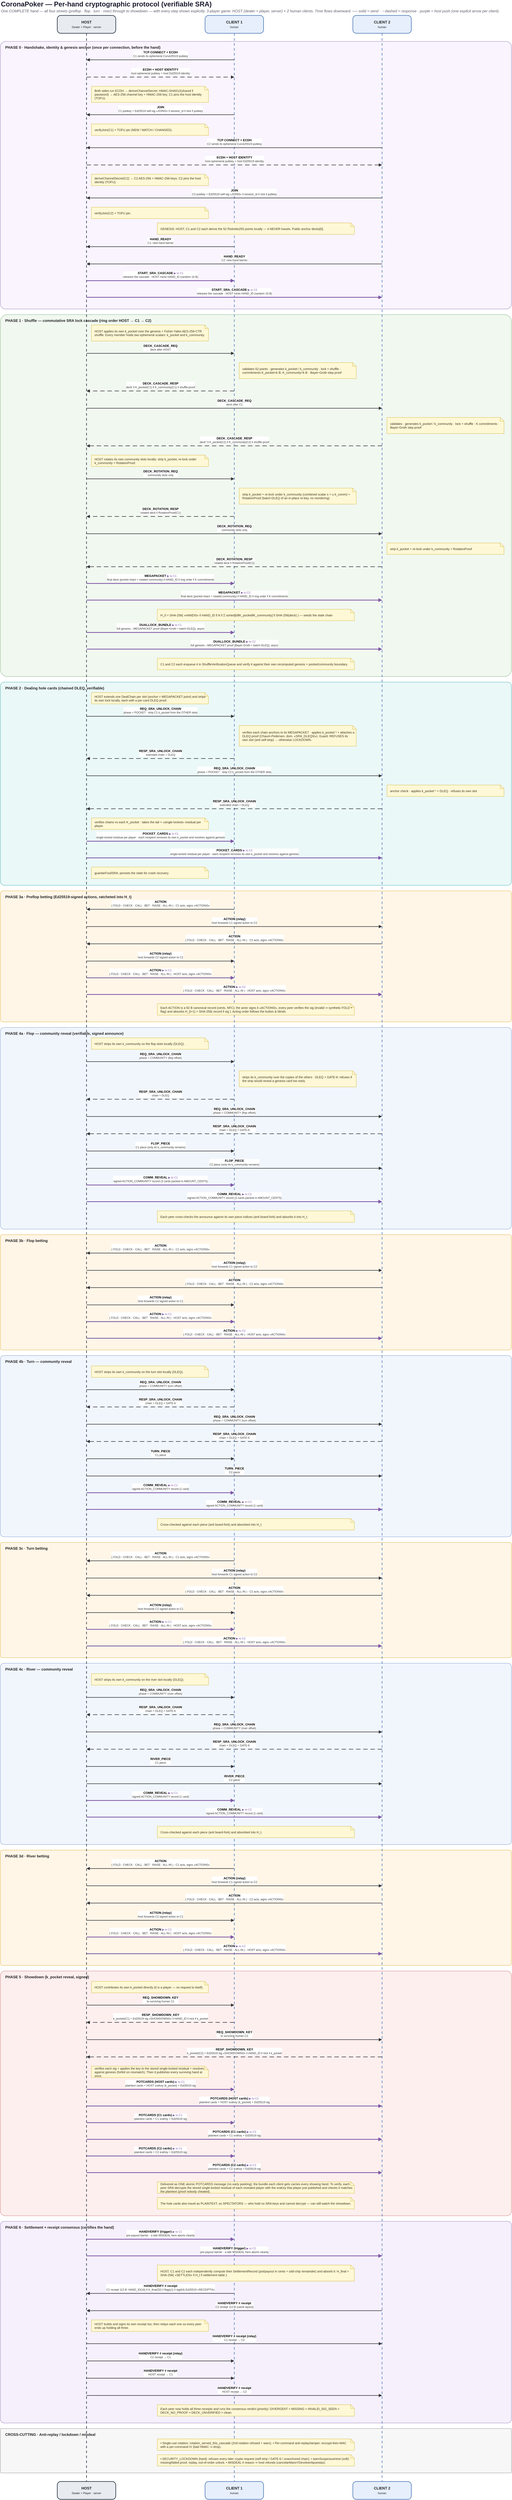
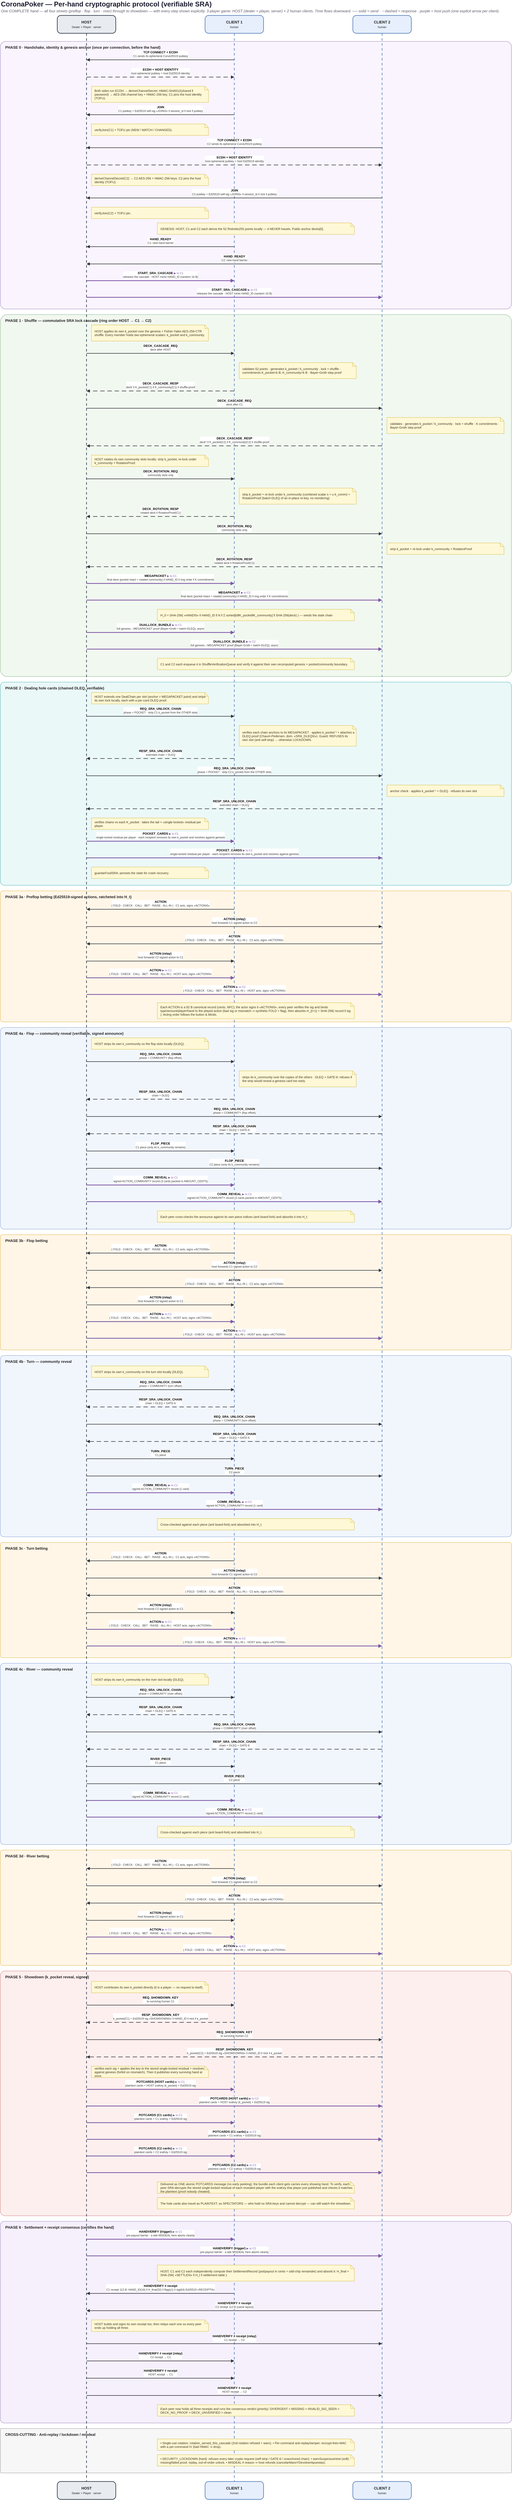
<mxfile host="app.diagrams.net" type="device">
  <diagram id="crypto-seq" name="Crypto sequence (1 hand)">
    <mxGraphModel dx="1400" dy="900" grid="0" gridSize="10" guides="1" tooltips="1" connect="1" arrows="1" fold="1" page="1" pageScale="1" pageWidth="1700" pageHeight="8142" math="0" shadow="0">
      <root>
        <mxCell id="0"/>
        <mxCell id="1" parent="0"/>
        <mxCell id="s131" value="PHASE 0 · Handshake, identity &amp;amp; genesis anchor  (once per connection, before the hand)" style="rounded=1;arcSize=2;whiteSpace=wrap;html=1;fillColor=#F4ECFC;strokeColor=#7E57A6;strokeWidth=1.5;opacity=55;fontColor=#222222;fontStyle=1;fontSize=12;align=left;verticalAlign=top;spacingLeft=14;spacingTop=6;" vertex="1" parent="1"><mxGeometry x="20" y="140" width="1660" height="868" as="geometry"/></mxCell>
        <mxCell id="s132" value="PHASE 1 · Shuffle — commutative SRA lock cascade  (ring order HOST → C1 → C2)" style="rounded=1;arcSize=2;whiteSpace=wrap;html=1;fillColor=#E5F3E3;strokeColor=#5E9E5E;strokeWidth=1.5;opacity=55;fontColor=#222222;fontStyle=1;fontSize=12;align=left;verticalAlign=top;spacingLeft=14;spacingTop=6;" vertex="1" parent="1"><mxGeometry x="20" y="1026" width="1660" height="1174" as="geometry"/></mxCell>
        <mxCell id="s133" value="PHASE 2 · Dealing hole cards  (chained DLEQ, verifiable)" style="rounded=1;arcSize=2;whiteSpace=wrap;html=1;fillColor=#DAF2F3;strokeColor=#0E9C9C;strokeWidth=1.5;opacity=55;fontColor=#222222;fontStyle=1;fontSize=12;align=left;verticalAlign=top;spacingLeft=14;spacingTop=6;" vertex="1" parent="1"><mxGeometry x="20" y="2218" width="1660" height="659" as="geometry"/></mxCell>
        <mxCell id="s134" value="PHASE 3a · Preflop betting  (Ed25519-signed actions, ratcheted into H_t)" style="rounded=1;arcSize=2;whiteSpace=wrap;html=1;fillColor=#FFEFD6;strokeColor=#D79B00;strokeWidth=1.5;opacity=55;fontColor=#222222;fontStyle=1;fontSize=12;align=left;verticalAlign=top;spacingLeft=14;spacingTop=6;" vertex="1" parent="1"><mxGeometry x="20" y="2895" width="1660" height="425" as="geometry"/></mxCell>
        <mxCell id="s135" value="PHASE 4a · Flop — community reveal  (verifiable, signed announce)" style="rounded=1;arcSize=2;whiteSpace=wrap;html=1;fillColor=#E6EFFB;strokeColor=#5B82BE;strokeWidth=1.5;opacity=55;fontColor=#222222;fontStyle=1;fontSize=12;align=left;verticalAlign=top;spacingLeft=14;spacingTop=6;" vertex="1" parent="1"><mxGeometry x="20" y="3338" width="1660" height="654" as="geometry"/></mxCell>
        <mxCell id="s136" value="PHASE 3b · Flop betting" style="rounded=1;arcSize=2;whiteSpace=wrap;html=1;fillColor=#FFEFD6;strokeColor=#D79B00;strokeWidth=1.5;opacity=55;fontColor=#222222;fontStyle=1;fontSize=12;align=left;verticalAlign=top;spacingLeft=14;spacingTop=6;" vertex="1" parent="1"><mxGeometry x="20" y="4010" width="1660" height="374" as="geometry"/></mxCell>
        <mxCell id="s137" value="PHASE 4b · Turn — community reveal" style="rounded=1;arcSize=2;whiteSpace=wrap;html=1;fillColor=#E6EFFB;strokeColor=#5B82BE;strokeWidth=1.5;opacity=55;fontColor=#222222;fontStyle=1;fontSize=12;align=left;verticalAlign=top;spacingLeft=14;spacingTop=6;" vertex="1" parent="1"><mxGeometry x="20" y="4402" width="1660" height="588" as="geometry"/></mxCell>
        <mxCell id="s138" value="PHASE 3c · Turn betting" style="rounded=1;arcSize=2;whiteSpace=wrap;html=1;fillColor=#FFEFD6;strokeColor=#D79B00;strokeWidth=1.5;opacity=55;fontColor=#222222;fontStyle=1;fontSize=12;align=left;verticalAlign=top;spacingLeft=14;spacingTop=6;" vertex="1" parent="1"><mxGeometry x="20" y="5008" width="1660" height="374" as="geometry"/></mxCell>
        <mxCell id="s139" value="PHASE 4c · River — community reveal" style="rounded=1;arcSize=2;whiteSpace=wrap;html=1;fillColor=#E6EFFB;strokeColor=#5B82BE;strokeWidth=1.5;opacity=55;fontColor=#222222;fontStyle=1;fontSize=12;align=left;verticalAlign=top;spacingLeft=14;spacingTop=6;" vertex="1" parent="1"><mxGeometry x="20" y="5400" width="1660" height="588" as="geometry"/></mxCell>
        <mxCell id="s140" value="PHASE 3d · River betting" style="rounded=1;arcSize=2;whiteSpace=wrap;html=1;fillColor=#FFEFD6;strokeColor=#D79B00;strokeWidth=1.5;opacity=55;fontColor=#222222;fontStyle=1;fontSize=12;align=left;verticalAlign=top;spacingLeft=14;spacingTop=6;" vertex="1" parent="1"><mxGeometry x="20" y="6006" width="1660" height="374" as="geometry"/></mxCell>
        <mxCell id="s141" value="PHASE 5 · Showdown  (k_pocket reveal, signed)" style="rounded=1;arcSize=2;whiteSpace=wrap;html=1;fillColor=#FBE2E1;strokeColor=#C0504D;strokeWidth=1.5;opacity=55;fontColor=#222222;fontStyle=1;fontSize=12;align=left;verticalAlign=top;spacingLeft=14;spacingTop=6;" vertex="1" parent="1"><mxGeometry x="20" y="6398" width="1660" height="794" as="geometry"/></mxCell>
        <mxCell id="s142" value="PHASE 6 · Settlement + receipt consensus  (certifies the hand)" style="rounded=1;arcSize=2;whiteSpace=wrap;html=1;fillColor=#EDE3FA;strokeColor=#7E57A6;strokeWidth=1.5;opacity=55;fontColor=#222222;fontStyle=1;fontSize=12;align=left;verticalAlign=top;spacingLeft=14;spacingTop=6;" vertex="1" parent="1"><mxGeometry x="20" y="7210" width="1660" height="654" as="geometry"/></mxCell>
        <mxCell id="s143" value="CROSS-CUTTING · Anti-replay / lockdown / misdeal" style="rounded=1;arcSize=2;whiteSpace=wrap;html=1;fillColor=#F0F0F0;strokeColor=#777777;strokeWidth=1.5;opacity=55;fontColor=#222222;fontStyle=1;fontSize=12;align=left;verticalAlign=top;spacingLeft=14;spacingTop=6;" vertex="1" parent="1"><mxGeometry x="20" y="7882" width="1660" height="144" as="geometry"/></mxCell>
        <mxCell id="s144" style="endArrow=none;html=1;strokeColor=#2E3A48;strokeWidth=2;dashed=1;dashPattern=4 4;" edge="1" parent="1"><mxGeometry relative="1" as="geometry"><mxPoint x="300" y="114" as="sourcePoint"/><mxPoint x="300" y="8054" as="targetPoint"/></mxGeometry></mxCell>
        <mxCell id="s145" style="endArrow=none;html=1;strokeColor=#5B82BE;strokeWidth=2;dashed=1;dashPattern=4 4;" edge="1" parent="1"><mxGeometry relative="1" as="geometry"><mxPoint x="780" y="114" as="sourcePoint"/><mxPoint x="780" y="8054" as="targetPoint"/></mxGeometry></mxCell>
        <mxCell id="s146" style="endArrow=none;html=1;strokeColor=#5B82BE;strokeWidth=2;dashed=1;dashPattern=4 4;" edge="1" parent="1"><mxGeometry relative="1" as="geometry"><mxPoint x="1260" y="114" as="sourcePoint"/><mxPoint x="1260" y="8054" as="targetPoint"/></mxGeometry></mxCell>
        <mxCell id="s147" value="&lt;b&gt;HOST&lt;/b&gt;&lt;br&gt;&lt;span style=&quot;font-size:9px&quot;&gt;Dealer + Player · server&lt;/span&gt;" style="rounded=1;arcSize=20;whiteSpace=wrap;html=1;fillColor=#E8ECF1;strokeColor=#2E3A48;strokeWidth=2;fontColor=#1f1f1f;fontSize=12;" vertex="1" parent="1"><mxGeometry x="205" y="56" width="190" height="58" as="geometry"/></mxCell>
        <mxCell id="s148" value="&lt;b&gt;HOST&lt;/b&gt;&lt;br&gt;&lt;span style=&quot;font-size:9px&quot;&gt;Dealer + Player · server&lt;/span&gt;" style="rounded=1;arcSize=20;whiteSpace=wrap;html=1;fillColor=#E8ECF1;strokeColor=#2E3A48;strokeWidth=2;fontColor=#1f1f1f;fontSize=12;" vertex="1" parent="1"><mxGeometry x="205" y="8054" width="190" height="58" as="geometry"/></mxCell>
        <mxCell id="s149" value="&lt;b&gt;CLIENT 1&lt;/b&gt;&lt;br&gt;&lt;span style=&quot;font-size:9px&quot;&gt;human&lt;/span&gt;" style="rounded=1;arcSize=20;whiteSpace=wrap;html=1;fillColor=#E6EFFB;strokeColor=#5B82BE;strokeWidth=2;fontColor=#1f1f1f;fontSize=12;" vertex="1" parent="1"><mxGeometry x="685" y="56" width="190" height="58" as="geometry"/></mxCell>
        <mxCell id="s150" value="&lt;b&gt;CLIENT 1&lt;/b&gt;&lt;br&gt;&lt;span style=&quot;font-size:9px&quot;&gt;human&lt;/span&gt;" style="rounded=1;arcSize=20;whiteSpace=wrap;html=1;fillColor=#E6EFFB;strokeColor=#5B82BE;strokeWidth=2;fontColor=#1f1f1f;fontSize=12;" vertex="1" parent="1"><mxGeometry x="685" y="8054" width="190" height="58" as="geometry"/></mxCell>
        <mxCell id="s151" value="&lt;b&gt;CLIENT 2&lt;/b&gt;&lt;br&gt;&lt;span style=&quot;font-size:9px&quot;&gt;human&lt;/span&gt;" style="rounded=1;arcSize=20;whiteSpace=wrap;html=1;fillColor=#E6EFFB;strokeColor=#5B82BE;strokeWidth=2;fontColor=#1f1f1f;fontSize=12;" vertex="1" parent="1"><mxGeometry x="1165" y="56" width="190" height="58" as="geometry"/></mxCell>
        <mxCell id="s152" value="&lt;b&gt;CLIENT 2&lt;/b&gt;&lt;br&gt;&lt;span style=&quot;font-size:9px&quot;&gt;human&lt;/span&gt;" style="rounded=1;arcSize=20;whiteSpace=wrap;html=1;fillColor=#E6EFFB;strokeColor=#5B82BE;strokeWidth=2;fontColor=#1f1f1f;fontSize=12;" vertex="1" parent="1"><mxGeometry x="1165" y="8054" width="190" height="58" as="geometry"/></mxCell>
        <mxCell id="t1" value="CoronaPoker — Per-hand cryptographic protocol (verifiable SRA)" style="text;html=1;fontSize=22;fontStyle=1;fontColor=#1a1a2e;align=left;verticalAlign=middle;" vertex="1" parent="1"><mxGeometry x="20" y="6" width="1400" height="28" as="geometry"/></mxCell>
        <mxCell id="t2" value="One COMPLETE hand — all four streets (preflop · flop · turn · river) through to showdown — with every step shown explicitly. 3-player game: HOST (dealer + player, server) + 2 human clients. Time flows downward. ── solid = send · ┄ dashed = response · purple = host push (one explicit arrow per client)." style="text;html=1;fontSize=12;fontStyle=2;fontColor=#5a5a6a;align=left;verticalAlign=middle;" vertex="1" parent="1"><mxGeometry x="20" y="32" width="1640" height="20" as="geometry"/></mxCell>
        <mxCell id="s2" value="&lt;b&gt;TCP CONNECT + ECDH&lt;/b&gt;&lt;br&gt;&lt;span style=&quot;font-size:9px;color:#333&quot;&gt;C1 sends its ephemeral Curve25519 pubkey&lt;/span&gt;" style="endArrow=block;endFill=1;html=1;rounded=0;strokeColor=#34343a;strokeWidth=1.8;fontSize=10;verticalAlign=bottom;labelBackgroundColor=#FFFFFF;spacingBottom=4;" edge="1" parent="1"><mxGeometry relative="1" as="geometry"><mxPoint x="780" y="200" as="sourcePoint"/><mxPoint x="300" y="200" as="targetPoint"/></mxGeometry></mxCell>
        <mxCell id="s3" value="&lt;b&gt;ECDH + HOST IDENTITY&lt;/b&gt;&lt;br&gt;&lt;span style=&quot;font-size:9px;color:#333&quot;&gt;host ephemeral pubkey + host Ed25519 identity&lt;/span&gt;" style="endArrow=block;endFill=1;html=1;rounded=0;dashed=1;dashPattern=8 5;strokeColor=#34343a;strokeWidth=1.8;fontSize=10;verticalAlign=bottom;labelBackgroundColor=#FFFFFF;spacingBottom=4;" edge="1" parent="1"><mxGeometry relative="1" as="geometry"><mxPoint x="300" y="256" as="sourcePoint"/><mxPoint x="780" y="256" as="targetPoint"/></mxGeometry></mxCell>
        <mxCell id="s4" value="Both sides run ECDH → deriveChannelSecret: HMAC-SHA512(shared ‖ password)
→ AES-256 channel key + HMAC-256 key. C1 pins the host identity (TOFU)." style="shape=note;whiteSpace=wrap;html=1;fillColor=#FFF8D6;strokeColor=#D9C45A;strokeWidth=1.2;fontColor=#3a3320;fontSize=10;align=left;verticalAlign=middle;spacingLeft=8;spacingRight=6;size=12;" vertex="1" parent="1"><mxGeometry x="316" y="286" width="380" height="52" as="geometry"/></mxCell>
        <mxCell id="s5" value="&lt;b&gt;JOIN&lt;/b&gt;&lt;br&gt;&lt;span style=&quot;font-size:9px;color:#333&quot;&gt;C1 pubkey + Ed25519 self-sig «JOIN\0» ‖ session_id ‖ nick ‖ pubkey&lt;/span&gt;" style="endArrow=block;endFill=1;html=1;rounded=0;strokeColor=#34343a;strokeWidth=1.8;fontSize=10;verticalAlign=bottom;labelBackgroundColor=#FFFFFF;spacingBottom=4;" edge="1" parent="1"><mxGeometry relative="1" as="geometry"><mxPoint x="780" y="378" as="sourcePoint"/><mxPoint x="300" y="378" as="targetPoint"/></mxGeometry></mxCell>
        <mxCell id="s6" value="verifyJoin(C1) + TOFU pin (NEW / MATCH / CHANGED)." style="shape=note;whiteSpace=wrap;html=1;fillColor=#FFF8D6;strokeColor=#D9C45A;strokeWidth=1.2;fontColor=#3a3320;fontSize=10;align=left;verticalAlign=middle;spacingLeft=8;spacingRight=6;size=12;" vertex="1" parent="1"><mxGeometry x="316" y="408" width="380" height="37" as="geometry"/></mxCell>
        <mxCell id="s7" value="&lt;b&gt;TCP CONNECT + ECDH&lt;/b&gt;&lt;br&gt;&lt;span style=&quot;font-size:9px;color:#333&quot;&gt;C2 sends its ephemeral Curve25519 pubkey&lt;/span&gt;" style="endArrow=block;endFill=1;html=1;rounded=0;strokeColor=#34343a;strokeWidth=1.8;fontSize=10;verticalAlign=bottom;labelBackgroundColor=#FFFFFF;spacingBottom=4;" edge="1" parent="1"><mxGeometry relative="1" as="geometry"><mxPoint x="1260" y="485" as="sourcePoint"/><mxPoint x="300" y="485" as="targetPoint"/></mxGeometry></mxCell>
        <mxCell id="s8" value="&lt;b&gt;ECDH + HOST IDENTITY&lt;/b&gt;&lt;br&gt;&lt;span style=&quot;font-size:9px;color:#333&quot;&gt;host ephemeral pubkey + host Ed25519 identity&lt;/span&gt;" style="endArrow=block;endFill=1;html=1;rounded=0;dashed=1;dashPattern=8 5;strokeColor=#34343a;strokeWidth=1.8;fontSize=10;verticalAlign=bottom;labelBackgroundColor=#FFFFFF;spacingBottom=4;" edge="1" parent="1"><mxGeometry relative="1" as="geometry"><mxPoint x="300" y="541" as="sourcePoint"/><mxPoint x="1260" y="541" as="targetPoint"/></mxGeometry></mxCell>
        <mxCell id="s9" value="deriveChannelSecret(C2) → C2 AES-256 + HMAC-256 keys. C2 pins the host identity (TOFU)." style="shape=note;whiteSpace=wrap;html=1;fillColor=#FFF8D6;strokeColor=#D9C45A;strokeWidth=1.2;fontColor=#3a3320;fontSize=10;align=left;verticalAlign=middle;spacingLeft=8;spacingRight=6;size=12;" vertex="1" parent="1"><mxGeometry x="316" y="571" width="380" height="37" as="geometry"/></mxCell>
        <mxCell id="s10" value="&lt;b&gt;JOIN&lt;/b&gt;&lt;br&gt;&lt;span style=&quot;font-size:9px;color:#333&quot;&gt;C2 pubkey + Ed25519 self-sig «JOIN\0» ‖ session_id ‖ nick ‖ pubkey&lt;/span&gt;" style="endArrow=block;endFill=1;html=1;rounded=0;strokeColor=#34343a;strokeWidth=1.8;fontSize=10;verticalAlign=bottom;labelBackgroundColor=#FFFFFF;spacingBottom=4;" edge="1" parent="1"><mxGeometry relative="1" as="geometry"><mxPoint x="1260" y="648" as="sourcePoint"/><mxPoint x="300" y="648" as="targetPoint"/></mxGeometry></mxCell>
        <mxCell id="s11" value="verifyJoin(C2) + TOFU pin." style="shape=note;whiteSpace=wrap;html=1;fillColor=#FFF8D6;strokeColor=#D9C45A;strokeWidth=1.2;fontColor=#3a3320;fontSize=10;align=left;verticalAlign=middle;spacingLeft=8;spacingRight=6;size=12;" vertex="1" parent="1"><mxGeometry x="316" y="678" width="380" height="37" as="geometry"/></mxCell>
        <mxCell id="s12" value="GENESIS: HOST, C1 and C2 each derive the 52 Ristretto255 points locally — it NEVER travels. Public anchor decks[0]." style="shape=note;whiteSpace=wrap;html=1;fillColor=#FFF8D6;strokeColor=#D9C45A;strokeWidth=1.2;fontColor=#3a3320;fontSize=10;align=left;verticalAlign=middle;spacingLeft=8;spacingRight=6;size=12;" vertex="1" parent="1"><mxGeometry x="530" y="729" width="640" height="37" as="geometry"/></mxCell>
        <mxCell id="s13" value="&lt;b&gt;HAND_READY&lt;/b&gt;&lt;br&gt;&lt;span style=&quot;font-size:9px;color:#333&quot;&gt;C1: new-hand barrier&lt;/span&gt;" style="endArrow=block;endFill=1;html=1;rounded=0;strokeColor=#34343a;strokeWidth=1.8;fontSize=10;verticalAlign=bottom;labelBackgroundColor=#FFFFFF;spacingBottom=4;" edge="1" parent="1"><mxGeometry relative="1" as="geometry"><mxPoint x="780" y="806" as="sourcePoint"/><mxPoint x="300" y="806" as="targetPoint"/></mxGeometry></mxCell>
        <mxCell id="s14" value="&lt;b&gt;HAND_READY&lt;/b&gt;&lt;br&gt;&lt;span style=&quot;font-size:9px;color:#333&quot;&gt;C2: new-hand barrier&lt;/span&gt;" style="endArrow=block;endFill=1;html=1;rounded=0;strokeColor=#34343a;strokeWidth=1.8;fontSize=10;verticalAlign=bottom;labelBackgroundColor=#FFFFFF;spacingBottom=4;" edge="1" parent="1"><mxGeometry relative="1" as="geometry"><mxPoint x="1260" y="862" as="sourcePoint"/><mxPoint x="300" y="862" as="targetPoint"/></mxGeometry></mxCell>
        <mxCell id="s15" value="&lt;b&gt;START_SRA_CASCADE&lt;/b&gt;  &lt;span style=&quot;font-size:9px;color:#7E57A6&quot;&gt;▶ to C1&lt;/span&gt;&lt;br&gt;&lt;span style=&quot;font-size:9px;color:#333&quot;&gt;releases the cascade · HOST mints HAND_ID (random 16 B)&lt;/span&gt;" style="endArrow=block;endFill=1;html=1;rounded=0;strokeColor=#7E57A6;strokeWidth=2.4;fontSize=10;verticalAlign=bottom;labelBackgroundColor=#FFFFFF;spacingBottom=4;" edge="1" parent="1"><mxGeometry relative="1" as="geometry"><mxPoint x="300" y="916" as="sourcePoint"/><mxPoint x="780" y="916" as="targetPoint"/></mxGeometry></mxCell>
        <mxCell id="s16" value="&lt;b&gt;START_SRA_CASCADE&lt;/b&gt;  &lt;span style=&quot;font-size:9px;color:#7E57A6&quot;&gt;▶ to C2&lt;/span&gt;&lt;br&gt;&lt;span style=&quot;font-size:9px;color:#333&quot;&gt;releases the cascade · HOST mints HAND_ID (random 16 B)&lt;/span&gt;" style="endArrow=block;endFill=1;html=1;rounded=0;strokeColor=#7E57A6;strokeWidth=2.4;fontSize=10;verticalAlign=bottom;labelBackgroundColor=#FFFFFF;spacingBottom=4;" edge="1" parent="1"><mxGeometry relative="1" as="geometry"><mxPoint x="300" y="970" as="sourcePoint"/><mxPoint x="1260" y="970" as="targetPoint"/></mxGeometry></mxCell>
        <mxCell id="s17" value="HOST applies its own k_pocket over the genesis + Fisher-Yates AES-256-CTR shuffle.
Every member holds two ephemeral scalars: k_pocket and k_community." style="shape=note;whiteSpace=wrap;html=1;fillColor=#FFF8D6;strokeColor=#D9C45A;strokeWidth=1.2;fontColor=#3a3320;fontSize=10;align=left;verticalAlign=middle;spacingLeft=8;spacingRight=6;size=12;" vertex="1" parent="1"><mxGeometry x="316" y="1060" width="380" height="52" as="geometry"/></mxCell>
        <mxCell id="s18" value="&lt;b&gt;DECK_CASCADE_REQ&lt;/b&gt;&lt;br&gt;&lt;span style=&quot;font-size:9px;color:#333&quot;&gt;deck after HOST&lt;/span&gt;" style="endArrow=block;endFill=1;html=1;rounded=0;strokeColor=#34343a;strokeWidth=1.8;fontSize=10;verticalAlign=bottom;labelBackgroundColor=#FFFFFF;spacingBottom=4;" edge="1" parent="1"><mxGeometry relative="1" as="geometry"><mxPoint x="300" y="1152" as="sourcePoint"/><mxPoint x="780" y="1152" as="targetPoint"/></mxGeometry></mxCell>
        <mxCell id="s19" value="validates 52 points · generates k_pocket / k_community · lock + shuffle
· commitments K_pocket=k·B, K_community=k·B · Bayer-Groth step proof" style="shape=note;whiteSpace=wrap;html=1;fillColor=#FFF8D6;strokeColor=#D9C45A;strokeWidth=1.2;fontColor=#3a3320;fontSize=10;align=left;verticalAlign=middle;spacingLeft=8;spacingRight=6;size=12;" vertex="1" parent="1"><mxGeometry x="796" y="1182" width="380" height="52" as="geometry"/></mxCell>
        <mxCell id="s20" value="&lt;b&gt;DECK_CASCADE_RESP&lt;/b&gt;&lt;br&gt;&lt;span style=&quot;font-size:9px;color:#333&quot;&gt;deck′ ‖ K_pocket(C1) ‖ K_community(C1) ‖ shuffle-proof&lt;/span&gt;" style="endArrow=block;endFill=1;html=1;rounded=0;dashed=1;dashPattern=8 5;strokeColor=#34343a;strokeWidth=1.8;fontSize=10;verticalAlign=bottom;labelBackgroundColor=#FFFFFF;spacingBottom=4;" edge="1" parent="1"><mxGeometry relative="1" as="geometry"><mxPoint x="780" y="1274" as="sourcePoint"/><mxPoint x="300" y="1274" as="targetPoint"/></mxGeometry></mxCell>
        <mxCell id="s21" value="&lt;b&gt;DECK_CASCADE_REQ&lt;/b&gt;&lt;br&gt;&lt;span style=&quot;font-size:9px;color:#333&quot;&gt;deck after C1&lt;/span&gt;" style="endArrow=block;endFill=1;html=1;rounded=0;strokeColor=#34343a;strokeWidth=1.8;fontSize=10;verticalAlign=bottom;labelBackgroundColor=#FFFFFF;spacingBottom=4;" edge="1" parent="1"><mxGeometry relative="1" as="geometry"><mxPoint x="300" y="1330" as="sourcePoint"/><mxPoint x="1260" y="1330" as="targetPoint"/></mxGeometry></mxCell>
        <mxCell id="s22" value="validates · generates k_pocket / k_community · lock + shuffle
· K commitments · Bayer-Groth step proof" style="shape=note;whiteSpace=wrap;html=1;fillColor=#FFF8D6;strokeColor=#D9C45A;strokeWidth=1.2;fontColor=#3a3320;fontSize=10;align=left;verticalAlign=middle;spacingLeft=8;spacingRight=6;size=12;" vertex="1" parent="1"><mxGeometry x="1276" y="1360" width="380" height="52" as="geometry"/></mxCell>
        <mxCell id="s23" value="&lt;b&gt;DECK_CASCADE_RESP&lt;/b&gt;&lt;br&gt;&lt;span style=&quot;font-size:9px;color:#333&quot;&gt;deck″ ‖ K_pocket(C2) ‖ K_community(C2) ‖ shuffle-proof&lt;/span&gt;" style="endArrow=block;endFill=1;html=1;rounded=0;dashed=1;dashPattern=8 5;strokeColor=#34343a;strokeWidth=1.8;fontSize=10;verticalAlign=bottom;labelBackgroundColor=#FFFFFF;spacingBottom=4;" edge="1" parent="1"><mxGeometry relative="1" as="geometry"><mxPoint x="1260" y="1452" as="sourcePoint"/><mxPoint x="300" y="1452" as="targetPoint"/></mxGeometry></mxCell>
        <mxCell id="s24" value="HOST rotates its own community slots locally: strip k_pocket, re-lock under k_community + RotationProof." style="shape=note;whiteSpace=wrap;html=1;fillColor=#FFF8D6;strokeColor=#D9C45A;strokeWidth=1.2;fontColor=#3a3320;fontSize=10;align=left;verticalAlign=middle;spacingLeft=8;spacingRight=6;size=12;" vertex="1" parent="1"><mxGeometry x="316" y="1482" width="380" height="37" as="geometry"/></mxCell>
        <mxCell id="s25" value="&lt;b&gt;DECK_ROTATION_REQ&lt;/b&gt;&lt;br&gt;&lt;span style=&quot;font-size:9px;color:#333&quot;&gt;community slots only&lt;/span&gt;" style="endArrow=block;endFill=1;html=1;rounded=0;strokeColor=#34343a;strokeWidth=1.8;fontSize=10;verticalAlign=bottom;labelBackgroundColor=#FFFFFF;spacingBottom=4;" edge="1" parent="1"><mxGeometry relative="1" as="geometry"><mxPoint x="300" y="1559" as="sourcePoint"/><mxPoint x="780" y="1559" as="targetPoint"/></mxGeometry></mxCell>
        <mxCell id="s26" value="strip k_pocket + re-lock under k_community (combined scalar s = u·k_comm)
+ RotationProof (batch-DLEQ of an in-place re-key, no reordering)" style="shape=note;whiteSpace=wrap;html=1;fillColor=#FFF8D6;strokeColor=#D9C45A;strokeWidth=1.2;fontColor=#3a3320;fontSize=10;align=left;verticalAlign=middle;spacingLeft=8;spacingRight=6;size=12;" vertex="1" parent="1"><mxGeometry x="796" y="1589" width="380" height="52" as="geometry"/></mxCell>
        <mxCell id="s27" value="&lt;b&gt;DECK_ROTATION_RESP&lt;/b&gt;&lt;br&gt;&lt;span style=&quot;font-size:9px;color:#333&quot;&gt;rotated deck ‖ RotationProof(C1)&lt;/span&gt;" style="endArrow=block;endFill=1;html=1;rounded=0;dashed=1;dashPattern=8 5;strokeColor=#34343a;strokeWidth=1.8;fontSize=10;verticalAlign=bottom;labelBackgroundColor=#FFFFFF;spacingBottom=4;" edge="1" parent="1"><mxGeometry relative="1" as="geometry"><mxPoint x="780" y="1681" as="sourcePoint"/><mxPoint x="300" y="1681" as="targetPoint"/></mxGeometry></mxCell>
        <mxCell id="s28" value="&lt;b&gt;DECK_ROTATION_REQ&lt;/b&gt;&lt;br&gt;&lt;span style=&quot;font-size:9px;color:#333&quot;&gt;community slots only&lt;/span&gt;" style="endArrow=block;endFill=1;html=1;rounded=0;strokeColor=#34343a;strokeWidth=1.8;fontSize=10;verticalAlign=bottom;labelBackgroundColor=#FFFFFF;spacingBottom=4;" edge="1" parent="1"><mxGeometry relative="1" as="geometry"><mxPoint x="300" y="1737" as="sourcePoint"/><mxPoint x="1260" y="1737" as="targetPoint"/></mxGeometry></mxCell>
        <mxCell id="s29" value="strip k_pocket + re-lock under k_community + RotationProof" style="shape=note;whiteSpace=wrap;html=1;fillColor=#FFF8D6;strokeColor=#D9C45A;strokeWidth=1.2;fontColor=#3a3320;fontSize=10;align=left;verticalAlign=middle;spacingLeft=8;spacingRight=6;size=12;" vertex="1" parent="1"><mxGeometry x="1276" y="1767" width="380" height="37" as="geometry"/></mxCell>
        <mxCell id="s30" value="&lt;b&gt;DECK_ROTATION_RESP&lt;/b&gt;&lt;br&gt;&lt;span style=&quot;font-size:9px;color:#333&quot;&gt;rotated deck ‖ RotationProof(C2)&lt;/span&gt;" style="endArrow=block;endFill=1;html=1;rounded=0;dashed=1;dashPattern=8 5;strokeColor=#34343a;strokeWidth=1.8;fontSize=10;verticalAlign=bottom;labelBackgroundColor=#FFFFFF;spacingBottom=4;" edge="1" parent="1"><mxGeometry relative="1" as="geometry"><mxPoint x="1260" y="1844" as="sourcePoint"/><mxPoint x="300" y="1844" as="targetPoint"/></mxGeometry></mxCell>
        <mxCell id="s31" value="&lt;b&gt;MEGAPACKET&lt;/b&gt;  &lt;span style=&quot;font-size:9px;color:#7E57A6&quot;&gt;▶ to C1&lt;/span&gt;&lt;br&gt;&lt;span style=&quot;font-size:9px;color:#333&quot;&gt;final deck (pocket intact + rotated community) ‖ HAND_ID ‖ ring order ‖ K commitments&lt;/span&gt;" style="endArrow=block;endFill=1;html=1;rounded=0;strokeColor=#7E57A6;strokeWidth=2.4;fontSize=10;verticalAlign=bottom;labelBackgroundColor=#FFFFFF;spacingBottom=4;" edge="1" parent="1"><mxGeometry relative="1" as="geometry"><mxPoint x="300" y="1898" as="sourcePoint"/><mxPoint x="780" y="1898" as="targetPoint"/></mxGeometry></mxCell>
        <mxCell id="s32" value="&lt;b&gt;MEGAPACKET&lt;/b&gt;  &lt;span style=&quot;font-size:9px;color:#7E57A6&quot;&gt;▶ to C2&lt;/span&gt;&lt;br&gt;&lt;span style=&quot;font-size:9px;color:#333&quot;&gt;final deck (pocket intact + rotated community) ‖ HAND_ID ‖ ring order ‖ K commitments&lt;/span&gt;" style="endArrow=block;endFill=1;html=1;rounded=0;strokeColor=#7E57A6;strokeWidth=2.4;fontSize=10;verticalAlign=bottom;labelBackgroundColor=#FFFFFF;spacingBottom=4;" edge="1" parent="1"><mxGeometry relative="1" as="geometry"><mxPoint x="300" y="1952" as="sourcePoint"/><mxPoint x="1260" y="1952" as="targetPoint"/></mxGeometry></mxCell>
        <mxCell id="s33" value="H_0 = SHA-256( «HAND\0» ‖ HAND_ID ‖ N ‖ Σ sorted[id‖K_pocket‖K_community] ‖ SHA-256(deck) )  — seeds the state chain" style="shape=note;whiteSpace=wrap;html=1;fillColor=#FFF8D6;strokeColor=#D9C45A;strokeWidth=1.2;fontColor=#3a3320;fontSize=10;align=left;verticalAlign=middle;spacingLeft=8;spacingRight=6;size=12;" vertex="1" parent="1"><mxGeometry x="530" y="1982" width="640" height="37" as="geometry"/></mxCell>
        <mxCell id="s34" value="&lt;b&gt;DUALLOCK_BUNDLE&lt;/b&gt;  &lt;span style=&quot;font-size:9px;color:#7E57A6&quot;&gt;▶ to C1&lt;/span&gt;&lt;br&gt;&lt;span style=&quot;font-size:9px;color:#333&quot;&gt;full genesis→MEGAPACKET proof (Bayer-Groth + batch-DLEQ), async&lt;/span&gt;" style="endArrow=block;endFill=1;html=1;rounded=0;strokeColor=#7E57A6;strokeWidth=2.4;fontSize=10;verticalAlign=bottom;labelBackgroundColor=#FFFFFF;spacingBottom=4;" edge="1" parent="1"><mxGeometry relative="1" as="geometry"><mxPoint x="300" y="2057" as="sourcePoint"/><mxPoint x="780" y="2057" as="targetPoint"/></mxGeometry></mxCell>
        <mxCell id="s35" value="&lt;b&gt;DUALLOCK_BUNDLE&lt;/b&gt;  &lt;span style=&quot;font-size:9px;color:#7E57A6&quot;&gt;▶ to C2&lt;/span&gt;&lt;br&gt;&lt;span style=&quot;font-size:9px;color:#333&quot;&gt;full genesis→MEGAPACKET proof (Bayer-Groth + batch-DLEQ), async&lt;/span&gt;" style="endArrow=block;endFill=1;html=1;rounded=0;strokeColor=#7E57A6;strokeWidth=2.4;fontSize=10;verticalAlign=bottom;labelBackgroundColor=#FFFFFF;spacingBottom=4;" edge="1" parent="1"><mxGeometry relative="1" as="geometry"><mxPoint x="300" y="2111" as="sourcePoint"/><mxPoint x="1260" y="2111" as="targetPoint"/></mxGeometry></mxCell>
        <mxCell id="s36" value="C1 and C2 each enqueue it in ShuffleVerificationQueue and verify it against their own recomputed genesis + pocket/community boundary." style="shape=note;whiteSpace=wrap;html=1;fillColor=#FFF8D6;strokeColor=#D9C45A;strokeWidth=1.2;fontColor=#3a3320;fontSize=10;align=left;verticalAlign=middle;spacingLeft=8;spacingRight=6;size=12;" vertex="1" parent="1"><mxGeometry x="530" y="2141" width="640" height="37" as="geometry"/></mxCell>
        <mxCell id="s37" value="HOST extends one DealChain per slot (anchor = MEGAPACKET point) and strips its own lock locally, each with a per-card DLEQ proof." style="shape=note;whiteSpace=wrap;html=1;fillColor=#FFF8D6;strokeColor=#D9C45A;strokeWidth=1.2;fontColor=#3a3320;fontSize=10;align=left;verticalAlign=middle;spacingLeft=8;spacingRight=6;size=12;" vertex="1" parent="1"><mxGeometry x="316" y="2252" width="380" height="37" as="geometry"/></mxCell>
        <mxCell id="s38" value="&lt;b&gt;REQ_SRA_UNLOCK_CHAIN&lt;/b&gt;&lt;br&gt;&lt;span style=&quot;font-size:9px;color:#333&quot;&gt;phase = POCKET · strip C1 k_pocket from the OTHER slots&lt;/span&gt;" style="endArrow=block;endFill=1;html=1;rounded=0;strokeColor=#34343a;strokeWidth=1.8;fontSize=10;verticalAlign=bottom;labelBackgroundColor=#FFFFFF;spacingBottom=4;" edge="1" parent="1"><mxGeometry relative="1" as="geometry"><mxPoint x="300" y="2329" as="sourcePoint"/><mxPoint x="780" y="2329" as="targetPoint"/></mxGeometry></mxCell>
        <mxCell id="s39" value="verifies each chain anchors to its MEGAPACKET · applies k_pocket⁻¹
+ attaches a DLEQ proof (Chaum-Pedersen, dom. «SRA_DLEQ\0»).
Guard: REFUSES its own slot (anti self-strip) → otherwise LOCKDOWN." style="shape=note;whiteSpace=wrap;html=1;fillColor=#FFF8D6;strokeColor=#D9C45A;strokeWidth=1.2;fontColor=#3a3320;fontSize=10;align=left;verticalAlign=middle;spacingLeft=8;spacingRight=6;size=12;" vertex="1" parent="1"><mxGeometry x="796" y="2359" width="380" height="67" as="geometry"/></mxCell>
        <mxCell id="s40" value="&lt;b&gt;RESP_SRA_UNLOCK_CHAIN&lt;/b&gt;&lt;br&gt;&lt;span style=&quot;font-size:9px;color:#333&quot;&gt;extended chain + DLEQ&lt;/span&gt;" style="endArrow=block;endFill=1;html=1;rounded=0;dashed=1;dashPattern=8 5;strokeColor=#34343a;strokeWidth=1.8;fontSize=10;verticalAlign=bottom;labelBackgroundColor=#FFFFFF;spacingBottom=4;" edge="1" parent="1"><mxGeometry relative="1" as="geometry"><mxPoint x="780" y="2466" as="sourcePoint"/><mxPoint x="300" y="2466" as="targetPoint"/></mxGeometry></mxCell>
        <mxCell id="s41" value="&lt;b&gt;REQ_SRA_UNLOCK_CHAIN&lt;/b&gt;&lt;br&gt;&lt;span style=&quot;font-size:9px;color:#333&quot;&gt;phase = POCKET · strip C2 k_pocket from the OTHER slots&lt;/span&gt;" style="endArrow=block;endFill=1;html=1;rounded=0;strokeColor=#34343a;strokeWidth=1.8;fontSize=10;verticalAlign=bottom;labelBackgroundColor=#FFFFFF;spacingBottom=4;" edge="1" parent="1"><mxGeometry relative="1" as="geometry"><mxPoint x="300" y="2522" as="sourcePoint"/><mxPoint x="1260" y="2522" as="targetPoint"/></mxGeometry></mxCell>
        <mxCell id="s42" value="anchor check · applies k_pocket⁻¹ + DLEQ · refuses its own slot" style="shape=note;whiteSpace=wrap;html=1;fillColor=#FFF8D6;strokeColor=#D9C45A;strokeWidth=1.2;fontColor=#3a3320;fontSize=10;align=left;verticalAlign=middle;spacingLeft=8;spacingRight=6;size=12;" vertex="1" parent="1"><mxGeometry x="1276" y="2552" width="380" height="37" as="geometry"/></mxCell>
        <mxCell id="s43" value="&lt;b&gt;RESP_SRA_UNLOCK_CHAIN&lt;/b&gt;&lt;br&gt;&lt;span style=&quot;font-size:9px;color:#333&quot;&gt;extended chain + DLEQ&lt;/span&gt;" style="endArrow=block;endFill=1;html=1;rounded=0;dashed=1;dashPattern=8 5;strokeColor=#34343a;strokeWidth=1.8;fontSize=10;verticalAlign=bottom;labelBackgroundColor=#FFFFFF;spacingBottom=4;" edge="1" parent="1"><mxGeometry relative="1" as="geometry"><mxPoint x="1260" y="2629" as="sourcePoint"/><mxPoint x="300" y="2629" as="targetPoint"/></mxGeometry></mxCell>
        <mxCell id="s44" value="verifies chains vs each K_pocket · takes the tail = «single-locked» residual per player." style="shape=note;whiteSpace=wrap;html=1;fillColor=#FFF8D6;strokeColor=#D9C45A;strokeWidth=1.2;fontColor=#3a3320;fontSize=10;align=left;verticalAlign=middle;spacingLeft=8;spacingRight=6;size=12;" vertex="1" parent="1"><mxGeometry x="316" y="2659" width="380" height="37" as="geometry"/></mxCell>
        <mxCell id="s45" value="&lt;b&gt;POCKET_CARDS&lt;/b&gt;  &lt;span style=&quot;font-size:9px;color:#7E57A6&quot;&gt;▶ to C1&lt;/span&gt;&lt;br&gt;&lt;span style=&quot;font-size:9px;color:#333&quot;&gt;single-locked residual per player · each recipient removes its own k_pocket and resolves against genesis&lt;/span&gt;" style="endArrow=block;endFill=1;html=1;rounded=0;strokeColor=#7E57A6;strokeWidth=2.4;fontSize=10;verticalAlign=bottom;labelBackgroundColor=#FFFFFF;spacingBottom=4;" edge="1" parent="1"><mxGeometry relative="1" as="geometry"><mxPoint x="300" y="2734" as="sourcePoint"/><mxPoint x="780" y="2734" as="targetPoint"/></mxGeometry></mxCell>
        <mxCell id="s46" value="&lt;b&gt;POCKET_CARDS&lt;/b&gt;  &lt;span style=&quot;font-size:9px;color:#7E57A6&quot;&gt;▶ to C2&lt;/span&gt;&lt;br&gt;&lt;span style=&quot;font-size:9px;color:#333&quot;&gt;single-locked residual per player · each recipient removes its own k_pocket and resolves against genesis&lt;/span&gt;" style="endArrow=block;endFill=1;html=1;rounded=0;strokeColor=#7E57A6;strokeWidth=2.4;fontSize=10;verticalAlign=bottom;labelBackgroundColor=#FFFFFF;spacingBottom=4;" edge="1" parent="1"><mxGeometry relative="1" as="geometry"><mxPoint x="300" y="2788" as="sourcePoint"/><mxPoint x="1260" y="2788" as="targetPoint"/></mxGeometry></mxCell>
        <mxCell id="s47" value="guardarFosilSRA: persists the state for crash recovery." style="shape=note;whiteSpace=wrap;html=1;fillColor=#FFF8D6;strokeColor=#D9C45A;strokeWidth=1.2;fontColor=#3a3320;fontSize=10;align=left;verticalAlign=middle;spacingLeft=8;spacingRight=6;size=12;" vertex="1" parent="1"><mxGeometry x="316" y="2818" width="380" height="37" as="geometry"/></mxCell>
        <mxCell id="s48" value="&lt;b&gt;ACTION&lt;/b&gt;&lt;br&gt;&lt;span style=&quot;font-size:9px;color:#333&quot;&gt;( FOLD · CHECK · CALL · BET · RAISE · ALL-IN ) · C1 acts, signs «ACTION\0»&lt;/span&gt;" style="endArrow=block;endFill=1;html=1;rounded=0;strokeColor=#34343a;strokeWidth=1.8;fontSize=10;verticalAlign=bottom;labelBackgroundColor=#FFFFFF;spacingBottom=4;" edge="1" parent="1"><mxGeometry relative="1" as="geometry"><mxPoint x="780" y="2955" as="sourcePoint"/><mxPoint x="300" y="2955" as="targetPoint"/></mxGeometry></mxCell>
        <mxCell id="s49" value="&lt;b&gt;ACTION (relay)&lt;/b&gt;&lt;br&gt;&lt;span style=&quot;font-size:9px;color:#333&quot;&gt;host forwards C1 signed action to C2&lt;/span&gt;" style="endArrow=block;endFill=1;html=1;rounded=0;strokeColor=#34343a;strokeWidth=1.8;fontSize=10;verticalAlign=bottom;labelBackgroundColor=#FFFFFF;spacingBottom=4;" edge="1" parent="1"><mxGeometry relative="1" as="geometry"><mxPoint x="300" y="3011" as="sourcePoint"/><mxPoint x="1260" y="3011" as="targetPoint"/></mxGeometry></mxCell>
        <mxCell id="s50" value="&lt;b&gt;ACTION&lt;/b&gt;&lt;br&gt;&lt;span style=&quot;font-size:9px;color:#333&quot;&gt;( FOLD · CHECK · CALL · BET · RAISE · ALL-IN ) · C2 acts, signs «ACTION\0»&lt;/span&gt;" style="endArrow=block;endFill=1;html=1;rounded=0;strokeColor=#34343a;strokeWidth=1.8;fontSize=10;verticalAlign=bottom;labelBackgroundColor=#FFFFFF;spacingBottom=4;" edge="1" parent="1"><mxGeometry relative="1" as="geometry"><mxPoint x="1260" y="3067" as="sourcePoint"/><mxPoint x="300" y="3067" as="targetPoint"/></mxGeometry></mxCell>
        <mxCell id="s51" value="&lt;b&gt;ACTION (relay)&lt;/b&gt;&lt;br&gt;&lt;span style=&quot;font-size:9px;color:#333&quot;&gt;host forwards C2 signed action to C1&lt;/span&gt;" style="endArrow=block;endFill=1;html=1;rounded=0;strokeColor=#34343a;strokeWidth=1.8;fontSize=10;verticalAlign=bottom;labelBackgroundColor=#FFFFFF;spacingBottom=4;" edge="1" parent="1"><mxGeometry relative="1" as="geometry"><mxPoint x="300" y="3123" as="sourcePoint"/><mxPoint x="780" y="3123" as="targetPoint"/></mxGeometry></mxCell>
        <mxCell id="s52" value="&lt;b&gt;ACTION&lt;/b&gt;  &lt;span style=&quot;font-size:9px;color:#7E57A6&quot;&gt;▶ to C1&lt;/span&gt;&lt;br&gt;&lt;span style=&quot;font-size:9px;color:#333&quot;&gt;( FOLD · CHECK · CALL · BET · RAISE · ALL-IN ) · HOST acts, signs «ACTION\0»&lt;/span&gt;" style="endArrow=block;endFill=1;html=1;rounded=0;strokeColor=#7E57A6;strokeWidth=2.4;fontSize=10;verticalAlign=bottom;labelBackgroundColor=#FFFFFF;spacingBottom=4;" edge="1" parent="1"><mxGeometry relative="1" as="geometry"><mxPoint x="300" y="3177" as="sourcePoint"/><mxPoint x="780" y="3177" as="targetPoint"/></mxGeometry></mxCell>
        <mxCell id="s53" value="&lt;b&gt;ACTION&lt;/b&gt;  &lt;span style=&quot;font-size:9px;color:#7E57A6&quot;&gt;▶ to C2&lt;/span&gt;&lt;br&gt;&lt;span style=&quot;font-size:9px;color:#333&quot;&gt;( FOLD · CHECK · CALL · BET · RAISE · ALL-IN ) · HOST acts, signs «ACTION\0»&lt;/span&gt;" style="endArrow=block;endFill=1;html=1;rounded=0;strokeColor=#7E57A6;strokeWidth=2.4;fontSize=10;verticalAlign=bottom;labelBackgroundColor=#FFFFFF;spacingBottom=4;" edge="1" parent="1"><mxGeometry relative="1" as="geometry"><mxPoint x="300" y="3231" as="sourcePoint"/><mxPoint x="1260" y="3231" as="targetPoint"/></mxGeometry></mxCell>
-         <mxCell id="s54" value="Each ACTION is a 92 B canonical record (cents, NFC); the actor signs it «ACTION\0», every peer verifies the sig (invalid ⇒ synthetic FOLD + flag) and absorbs H_{t+1} = SHA-256( record ‖ sig ). Acting order follows the button &amp;amp; blinds." style="shape=note;whiteSpace=wrap;html=1;fillColor=#FFF8D6;strokeColor=#D9C45A;strokeWidth=1.2;fontColor=#3a3320;fontSize=10;align=left;verticalAlign=middle;spacingLeft=8;spacingRight=6;size=12;" vertex="1" parent="1"><mxGeometry x="530" y="3261" width="640" height="37" as="geometry"/></mxCell>
+         <mxCell id="s54" value="Each ACTION is a 92 B canonical record (cents, NFC); the actor signs it «ACTION\0», every peer verifies the sig and binds type/amount/player/hand to the played action (bad sig or mismatch ⇒ synthetic FOLD + flag), then absorbs H_{t+1} = SHA-256( record ‖ sig ). Acting order follows the button &amp;amp; blinds." style="shape=note;whiteSpace=wrap;html=1;fillColor=#FFF8D6;strokeColor=#D9C45A;strokeWidth=1.2;fontColor=#3a3320;fontSize=10;align=left;verticalAlign=middle;spacingLeft=8;spacingRight=6;size=12;" vertex="1" parent="1"><mxGeometry x="530" y="3258" width="640" height="52" as="geometry"/></mxCell>
        <mxCell id="s55" value="HOST strips its own k_community on the flop slots locally (DLEQ)." style="shape=note;whiteSpace=wrap;html=1;fillColor=#FFF8D6;strokeColor=#D9C45A;strokeWidth=1.2;fontColor=#3a3320;fontSize=10;align=left;verticalAlign=middle;spacingLeft=8;spacingRight=6;size=12;" vertex="1" parent="1"><mxGeometry x="316" y="3372" width="380" height="37" as="geometry"/></mxCell>
        <mxCell id="s56" value="&lt;b&gt;REQ_SRA_UNLOCK_CHAIN&lt;/b&gt;&lt;br&gt;&lt;span style=&quot;font-size:9px;color:#333&quot;&gt;phase = COMMUNITY (flop offset)&lt;/span&gt;" style="endArrow=block;endFill=1;html=1;rounded=0;strokeColor=#34343a;strokeWidth=1.8;fontSize=10;verticalAlign=bottom;labelBackgroundColor=#FFFFFF;spacingBottom=4;" edge="1" parent="1"><mxGeometry relative="1" as="geometry"><mxPoint x="300" y="3449" as="sourcePoint"/><mxPoint x="780" y="3449" as="targetPoint"/></mxGeometry></mxCell>
        <mxCell id="s57" value="strips its k_community over the copies of the others · DLEQ
+ GATE-6: refuses if the strip would reveal a genesis card too early." style="shape=note;whiteSpace=wrap;html=1;fillColor=#FFF8D6;strokeColor=#D9C45A;strokeWidth=1.2;fontColor=#3a3320;fontSize=10;align=left;verticalAlign=middle;spacingLeft=8;spacingRight=6;size=12;" vertex="1" parent="1"><mxGeometry x="796" y="3479" width="380" height="52" as="geometry"/></mxCell>
        <mxCell id="s58" value="&lt;b&gt;RESP_SRA_UNLOCK_CHAIN&lt;/b&gt;&lt;br&gt;&lt;span style=&quot;font-size:9px;color:#333&quot;&gt;chain + DLEQ&lt;/span&gt;" style="endArrow=block;endFill=1;html=1;rounded=0;dashed=1;dashPattern=8 5;strokeColor=#34343a;strokeWidth=1.8;fontSize=10;verticalAlign=bottom;labelBackgroundColor=#FFFFFF;spacingBottom=4;" edge="1" parent="1"><mxGeometry relative="1" as="geometry"><mxPoint x="780" y="3571" as="sourcePoint"/><mxPoint x="300" y="3571" as="targetPoint"/></mxGeometry></mxCell>
        <mxCell id="s59" value="&lt;b&gt;REQ_SRA_UNLOCK_CHAIN&lt;/b&gt;&lt;br&gt;&lt;span style=&quot;font-size:9px;color:#333&quot;&gt;phase = COMMUNITY (flop offset)&lt;/span&gt;" style="endArrow=block;endFill=1;html=1;rounded=0;strokeColor=#34343a;strokeWidth=1.8;fontSize=10;verticalAlign=bottom;labelBackgroundColor=#FFFFFF;spacingBottom=4;" edge="1" parent="1"><mxGeometry relative="1" as="geometry"><mxPoint x="300" y="3627" as="sourcePoint"/><mxPoint x="1260" y="3627" as="targetPoint"/></mxGeometry></mxCell>
        <mxCell id="s60" value="&lt;b&gt;RESP_SRA_UNLOCK_CHAIN&lt;/b&gt;&lt;br&gt;&lt;span style=&quot;font-size:9px;color:#333&quot;&gt;chain + DLEQ + GATE-6&lt;/span&gt;" style="endArrow=block;endFill=1;html=1;rounded=0;dashed=1;dashPattern=8 5;strokeColor=#34343a;strokeWidth=1.8;fontSize=10;verticalAlign=bottom;labelBackgroundColor=#FFFFFF;spacingBottom=4;" edge="1" parent="1"><mxGeometry relative="1" as="geometry"><mxPoint x="1260" y="3683" as="sourcePoint"/><mxPoint x="300" y="3683" as="targetPoint"/></mxGeometry></mxCell>
        <mxCell id="s61" value="&lt;b&gt;FLOP_PIECE&lt;/b&gt;&lt;br&gt;&lt;span style=&quot;font-size:9px;color:#333&quot;&gt;C1 piece (only its k_community remains)&lt;/span&gt;" style="endArrow=block;endFill=1;html=1;rounded=0;strokeColor=#34343a;strokeWidth=1.8;fontSize=10;verticalAlign=bottom;labelBackgroundColor=#FFFFFF;spacingBottom=4;" edge="1" parent="1"><mxGeometry relative="1" as="geometry"><mxPoint x="300" y="3739" as="sourcePoint"/><mxPoint x="780" y="3739" as="targetPoint"/></mxGeometry></mxCell>
        <mxCell id="s62" value="&lt;b&gt;FLOP_PIECE&lt;/b&gt;&lt;br&gt;&lt;span style=&quot;font-size:9px;color:#333&quot;&gt;C2 piece (only its k_community remains)&lt;/span&gt;" style="endArrow=block;endFill=1;html=1;rounded=0;strokeColor=#34343a;strokeWidth=1.8;fontSize=10;verticalAlign=bottom;labelBackgroundColor=#FFFFFF;spacingBottom=4;" edge="1" parent="1"><mxGeometry relative="1" as="geometry"><mxPoint x="300" y="3795" as="sourcePoint"/><mxPoint x="1260" y="3795" as="targetPoint"/></mxGeometry></mxCell>
        <mxCell id="s63" value="&lt;b&gt;COMM_REVEAL&lt;/b&gt;  &lt;span style=&quot;font-size:9px;color:#7E57A6&quot;&gt;▶ to C1&lt;/span&gt;&lt;br&gt;&lt;span style=&quot;font-size:9px;color:#333&quot;&gt;signed ACTION_COMMUNITY record (3 cards packed in AMOUNT_CENTS)&lt;/span&gt;" style="endArrow=block;endFill=1;html=1;rounded=0;strokeColor=#7E57A6;strokeWidth=2.4;fontSize=10;verticalAlign=bottom;labelBackgroundColor=#FFFFFF;spacingBottom=4;" edge="1" parent="1"><mxGeometry relative="1" as="geometry"><mxPoint x="300" y="3849" as="sourcePoint"/><mxPoint x="780" y="3849" as="targetPoint"/></mxGeometry></mxCell>
        <mxCell id="s64" value="&lt;b&gt;COMM_REVEAL&lt;/b&gt;  &lt;span style=&quot;font-size:9px;color:#7E57A6&quot;&gt;▶ to C2&lt;/span&gt;&lt;br&gt;&lt;span style=&quot;font-size:9px;color:#333&quot;&gt;signed ACTION_COMMUNITY record (3 cards packed in AMOUNT_CENTS)&lt;/span&gt;" style="endArrow=block;endFill=1;html=1;rounded=0;strokeColor=#7E57A6;strokeWidth=2.4;fontSize=10;verticalAlign=bottom;labelBackgroundColor=#FFFFFF;spacingBottom=4;" edge="1" parent="1"><mxGeometry relative="1" as="geometry"><mxPoint x="300" y="3903" as="sourcePoint"/><mxPoint x="1260" y="3903" as="targetPoint"/></mxGeometry></mxCell>
        <mxCell id="s65" value="Each peer cross-checks the announce against its own piece indices (anti board-fork) and absorbs it into H_t." style="shape=note;whiteSpace=wrap;html=1;fillColor=#FFF8D6;strokeColor=#D9C45A;strokeWidth=1.2;fontColor=#3a3320;fontSize=10;align=left;verticalAlign=middle;spacingLeft=8;spacingRight=6;size=12;" vertex="1" parent="1"><mxGeometry x="530" y="3933" width="640" height="37" as="geometry"/></mxCell>
        <mxCell id="s66" value="&lt;b&gt;ACTION&lt;/b&gt;&lt;br&gt;&lt;span style=&quot;font-size:9px;color:#333&quot;&gt;( FOLD · CHECK · CALL · BET · RAISE · ALL-IN ) · C1 acts, signs «ACTION\0»&lt;/span&gt;" style="endArrow=block;endFill=1;html=1;rounded=0;strokeColor=#34343a;strokeWidth=1.8;fontSize=10;verticalAlign=bottom;labelBackgroundColor=#FFFFFF;spacingBottom=4;" edge="1" parent="1"><mxGeometry relative="1" as="geometry"><mxPoint x="780" y="4070" as="sourcePoint"/><mxPoint x="300" y="4070" as="targetPoint"/></mxGeometry></mxCell>
        <mxCell id="s67" value="&lt;b&gt;ACTION (relay)&lt;/b&gt;&lt;br&gt;&lt;span style=&quot;font-size:9px;color:#333&quot;&gt;host forwards C1 signed action to C2&lt;/span&gt;" style="endArrow=block;endFill=1;html=1;rounded=0;strokeColor=#34343a;strokeWidth=1.8;fontSize=10;verticalAlign=bottom;labelBackgroundColor=#FFFFFF;spacingBottom=4;" edge="1" parent="1"><mxGeometry relative="1" as="geometry"><mxPoint x="300" y="4126" as="sourcePoint"/><mxPoint x="1260" y="4126" as="targetPoint"/></mxGeometry></mxCell>
        <mxCell id="s68" value="&lt;b&gt;ACTION&lt;/b&gt;&lt;br&gt;&lt;span style=&quot;font-size:9px;color:#333&quot;&gt;( FOLD · CHECK · CALL · BET · RAISE · ALL-IN ) · C2 acts, signs «ACTION\0»&lt;/span&gt;" style="endArrow=block;endFill=1;html=1;rounded=0;strokeColor=#34343a;strokeWidth=1.8;fontSize=10;verticalAlign=bottom;labelBackgroundColor=#FFFFFF;spacingBottom=4;" edge="1" parent="1"><mxGeometry relative="1" as="geometry"><mxPoint x="1260" y="4182" as="sourcePoint"/><mxPoint x="300" y="4182" as="targetPoint"/></mxGeometry></mxCell>
        <mxCell id="s69" value="&lt;b&gt;ACTION (relay)&lt;/b&gt;&lt;br&gt;&lt;span style=&quot;font-size:9px;color:#333&quot;&gt;host forwards C2 signed action to C1&lt;/span&gt;" style="endArrow=block;endFill=1;html=1;rounded=0;strokeColor=#34343a;strokeWidth=1.8;fontSize=10;verticalAlign=bottom;labelBackgroundColor=#FFFFFF;spacingBottom=4;" edge="1" parent="1"><mxGeometry relative="1" as="geometry"><mxPoint x="300" y="4238" as="sourcePoint"/><mxPoint x="780" y="4238" as="targetPoint"/></mxGeometry></mxCell>
        <mxCell id="s70" value="&lt;b&gt;ACTION&lt;/b&gt;  &lt;span style=&quot;font-size:9px;color:#7E57A6&quot;&gt;▶ to C1&lt;/span&gt;&lt;br&gt;&lt;span style=&quot;font-size:9px;color:#333&quot;&gt;( FOLD · CHECK · CALL · BET · RAISE · ALL-IN ) · HOST acts, signs «ACTION\0»&lt;/span&gt;" style="endArrow=block;endFill=1;html=1;rounded=0;strokeColor=#7E57A6;strokeWidth=2.4;fontSize=10;verticalAlign=bottom;labelBackgroundColor=#FFFFFF;spacingBottom=4;" edge="1" parent="1"><mxGeometry relative="1" as="geometry"><mxPoint x="300" y="4292" as="sourcePoint"/><mxPoint x="780" y="4292" as="targetPoint"/></mxGeometry></mxCell>
        <mxCell id="s71" value="&lt;b&gt;ACTION&lt;/b&gt;  &lt;span style=&quot;font-size:9px;color:#7E57A6&quot;&gt;▶ to C2&lt;/span&gt;&lt;br&gt;&lt;span style=&quot;font-size:9px;color:#333&quot;&gt;( FOLD · CHECK · CALL · BET · RAISE · ALL-IN ) · HOST acts, signs «ACTION\0»&lt;/span&gt;" style="endArrow=block;endFill=1;html=1;rounded=0;strokeColor=#7E57A6;strokeWidth=2.4;fontSize=10;verticalAlign=bottom;labelBackgroundColor=#FFFFFF;spacingBottom=4;" edge="1" parent="1"><mxGeometry relative="1" as="geometry"><mxPoint x="300" y="4346" as="sourcePoint"/><mxPoint x="1260" y="4346" as="targetPoint"/></mxGeometry></mxCell>
        <mxCell id="s72" value="HOST strips its own k_community on the turn slot locally (DLEQ)." style="shape=note;whiteSpace=wrap;html=1;fillColor=#FFF8D6;strokeColor=#D9C45A;strokeWidth=1.2;fontColor=#3a3320;fontSize=10;align=left;verticalAlign=middle;spacingLeft=8;spacingRight=6;size=12;" vertex="1" parent="1"><mxGeometry x="316" y="4436" width="380" height="37" as="geometry"/></mxCell>
        <mxCell id="s73" value="&lt;b&gt;REQ_SRA_UNLOCK_CHAIN&lt;/b&gt;&lt;br&gt;&lt;span style=&quot;font-size:9px;color:#333&quot;&gt;phase = COMMUNITY (turn offset)&lt;/span&gt;" style="endArrow=block;endFill=1;html=1;rounded=0;strokeColor=#34343a;strokeWidth=1.8;fontSize=10;verticalAlign=bottom;labelBackgroundColor=#FFFFFF;spacingBottom=4;" edge="1" parent="1"><mxGeometry relative="1" as="geometry"><mxPoint x="300" y="4513" as="sourcePoint"/><mxPoint x="780" y="4513" as="targetPoint"/></mxGeometry></mxCell>
        <mxCell id="s74" value="&lt;b&gt;RESP_SRA_UNLOCK_CHAIN&lt;/b&gt;&lt;br&gt;&lt;span style=&quot;font-size:9px;color:#333&quot;&gt;chain + DLEQ + GATE-6&lt;/span&gt;" style="endArrow=block;endFill=1;html=1;rounded=0;dashed=1;dashPattern=8 5;strokeColor=#34343a;strokeWidth=1.8;fontSize=10;verticalAlign=bottom;labelBackgroundColor=#FFFFFF;spacingBottom=4;" edge="1" parent="1"><mxGeometry relative="1" as="geometry"><mxPoint x="780" y="4569" as="sourcePoint"/><mxPoint x="300" y="4569" as="targetPoint"/></mxGeometry></mxCell>
        <mxCell id="s75" value="&lt;b&gt;REQ_SRA_UNLOCK_CHAIN&lt;/b&gt;&lt;br&gt;&lt;span style=&quot;font-size:9px;color:#333&quot;&gt;phase = COMMUNITY (turn offset)&lt;/span&gt;" style="endArrow=block;endFill=1;html=1;rounded=0;strokeColor=#34343a;strokeWidth=1.8;fontSize=10;verticalAlign=bottom;labelBackgroundColor=#FFFFFF;spacingBottom=4;" edge="1" parent="1"><mxGeometry relative="1" as="geometry"><mxPoint x="300" y="4625" as="sourcePoint"/><mxPoint x="1260" y="4625" as="targetPoint"/></mxGeometry></mxCell>
        <mxCell id="s76" value="&lt;b&gt;RESP_SRA_UNLOCK_CHAIN&lt;/b&gt;&lt;br&gt;&lt;span style=&quot;font-size:9px;color:#333&quot;&gt;chain + DLEQ + GATE-6&lt;/span&gt;" style="endArrow=block;endFill=1;html=1;rounded=0;dashed=1;dashPattern=8 5;strokeColor=#34343a;strokeWidth=1.8;fontSize=10;verticalAlign=bottom;labelBackgroundColor=#FFFFFF;spacingBottom=4;" edge="1" parent="1"><mxGeometry relative="1" as="geometry"><mxPoint x="1260" y="4681" as="sourcePoint"/><mxPoint x="300" y="4681" as="targetPoint"/></mxGeometry></mxCell>
        <mxCell id="s77" value="&lt;b&gt;TURN_PIECE&lt;/b&gt;&lt;br&gt;&lt;span style=&quot;font-size:9px;color:#333&quot;&gt;C1 piece&lt;/span&gt;" style="endArrow=block;endFill=1;html=1;rounded=0;strokeColor=#34343a;strokeWidth=1.8;fontSize=10;verticalAlign=bottom;labelBackgroundColor=#FFFFFF;spacingBottom=4;" edge="1" parent="1"><mxGeometry relative="1" as="geometry"><mxPoint x="300" y="4737" as="sourcePoint"/><mxPoint x="780" y="4737" as="targetPoint"/></mxGeometry></mxCell>
        <mxCell id="s78" value="&lt;b&gt;TURN_PIECE&lt;/b&gt;&lt;br&gt;&lt;span style=&quot;font-size:9px;color:#333&quot;&gt;C2 piece&lt;/span&gt;" style="endArrow=block;endFill=1;html=1;rounded=0;strokeColor=#34343a;strokeWidth=1.8;fontSize=10;verticalAlign=bottom;labelBackgroundColor=#FFFFFF;spacingBottom=4;" edge="1" parent="1"><mxGeometry relative="1" as="geometry"><mxPoint x="300" y="4793" as="sourcePoint"/><mxPoint x="1260" y="4793" as="targetPoint"/></mxGeometry></mxCell>
        <mxCell id="s79" value="&lt;b&gt;COMM_REVEAL&lt;/b&gt;  &lt;span style=&quot;font-size:9px;color:#7E57A6&quot;&gt;▶ to C1&lt;/span&gt;&lt;br&gt;&lt;span style=&quot;font-size:9px;color:#333&quot;&gt;signed ACTION_COMMUNITY record (1 card)&lt;/span&gt;" style="endArrow=block;endFill=1;html=1;rounded=0;strokeColor=#7E57A6;strokeWidth=2.4;fontSize=10;verticalAlign=bottom;labelBackgroundColor=#FFFFFF;spacingBottom=4;" edge="1" parent="1"><mxGeometry relative="1" as="geometry"><mxPoint x="300" y="4847" as="sourcePoint"/><mxPoint x="780" y="4847" as="targetPoint"/></mxGeometry></mxCell>
        <mxCell id="s80" value="&lt;b&gt;COMM_REVEAL&lt;/b&gt;  &lt;span style=&quot;font-size:9px;color:#7E57A6&quot;&gt;▶ to C2&lt;/span&gt;&lt;br&gt;&lt;span style=&quot;font-size:9px;color:#333&quot;&gt;signed ACTION_COMMUNITY record (1 card)&lt;/span&gt;" style="endArrow=block;endFill=1;html=1;rounded=0;strokeColor=#7E57A6;strokeWidth=2.4;fontSize=10;verticalAlign=bottom;labelBackgroundColor=#FFFFFF;spacingBottom=4;" edge="1" parent="1"><mxGeometry relative="1" as="geometry"><mxPoint x="300" y="4901" as="sourcePoint"/><mxPoint x="1260" y="4901" as="targetPoint"/></mxGeometry></mxCell>
        <mxCell id="s81" value="Cross-checked against each piece (anti board-fork) and absorbed into H_t." style="shape=note;whiteSpace=wrap;html=1;fillColor=#FFF8D6;strokeColor=#D9C45A;strokeWidth=1.2;fontColor=#3a3320;fontSize=10;align=left;verticalAlign=middle;spacingLeft=8;spacingRight=6;size=12;" vertex="1" parent="1"><mxGeometry x="530" y="4931" width="640" height="37" as="geometry"/></mxCell>
        <mxCell id="s82" value="&lt;b&gt;ACTION&lt;/b&gt;&lt;br&gt;&lt;span style=&quot;font-size:9px;color:#333&quot;&gt;( FOLD · CHECK · CALL · BET · RAISE · ALL-IN ) · C1 acts, signs «ACTION\0»&lt;/span&gt;" style="endArrow=block;endFill=1;html=1;rounded=0;strokeColor=#34343a;strokeWidth=1.8;fontSize=10;verticalAlign=bottom;labelBackgroundColor=#FFFFFF;spacingBottom=4;" edge="1" parent="1"><mxGeometry relative="1" as="geometry"><mxPoint x="780" y="5068" as="sourcePoint"/><mxPoint x="300" y="5068" as="targetPoint"/></mxGeometry></mxCell>
        <mxCell id="s83" value="&lt;b&gt;ACTION (relay)&lt;/b&gt;&lt;br&gt;&lt;span style=&quot;font-size:9px;color:#333&quot;&gt;host forwards C1 signed action to C2&lt;/span&gt;" style="endArrow=block;endFill=1;html=1;rounded=0;strokeColor=#34343a;strokeWidth=1.8;fontSize=10;verticalAlign=bottom;labelBackgroundColor=#FFFFFF;spacingBottom=4;" edge="1" parent="1"><mxGeometry relative="1" as="geometry"><mxPoint x="300" y="5124" as="sourcePoint"/><mxPoint x="1260" y="5124" as="targetPoint"/></mxGeometry></mxCell>
        <mxCell id="s84" value="&lt;b&gt;ACTION&lt;/b&gt;&lt;br&gt;&lt;span style=&quot;font-size:9px;color:#333&quot;&gt;( FOLD · CHECK · CALL · BET · RAISE · ALL-IN ) · C2 acts, signs «ACTION\0»&lt;/span&gt;" style="endArrow=block;endFill=1;html=1;rounded=0;strokeColor=#34343a;strokeWidth=1.8;fontSize=10;verticalAlign=bottom;labelBackgroundColor=#FFFFFF;spacingBottom=4;" edge="1" parent="1"><mxGeometry relative="1" as="geometry"><mxPoint x="1260" y="5180" as="sourcePoint"/><mxPoint x="300" y="5180" as="targetPoint"/></mxGeometry></mxCell>
        <mxCell id="s85" value="&lt;b&gt;ACTION (relay)&lt;/b&gt;&lt;br&gt;&lt;span style=&quot;font-size:9px;color:#333&quot;&gt;host forwards C2 signed action to C1&lt;/span&gt;" style="endArrow=block;endFill=1;html=1;rounded=0;strokeColor=#34343a;strokeWidth=1.8;fontSize=10;verticalAlign=bottom;labelBackgroundColor=#FFFFFF;spacingBottom=4;" edge="1" parent="1"><mxGeometry relative="1" as="geometry"><mxPoint x="300" y="5236" as="sourcePoint"/><mxPoint x="780" y="5236" as="targetPoint"/></mxGeometry></mxCell>
        <mxCell id="s86" value="&lt;b&gt;ACTION&lt;/b&gt;  &lt;span style=&quot;font-size:9px;color:#7E57A6&quot;&gt;▶ to C1&lt;/span&gt;&lt;br&gt;&lt;span style=&quot;font-size:9px;color:#333&quot;&gt;( FOLD · CHECK · CALL · BET · RAISE · ALL-IN ) · HOST acts, signs «ACTION\0»&lt;/span&gt;" style="endArrow=block;endFill=1;html=1;rounded=0;strokeColor=#7E57A6;strokeWidth=2.4;fontSize=10;verticalAlign=bottom;labelBackgroundColor=#FFFFFF;spacingBottom=4;" edge="1" parent="1"><mxGeometry relative="1" as="geometry"><mxPoint x="300" y="5290" as="sourcePoint"/><mxPoint x="780" y="5290" as="targetPoint"/></mxGeometry></mxCell>
        <mxCell id="s87" value="&lt;b&gt;ACTION&lt;/b&gt;  &lt;span style=&quot;font-size:9px;color:#7E57A6&quot;&gt;▶ to C2&lt;/span&gt;&lt;br&gt;&lt;span style=&quot;font-size:9px;color:#333&quot;&gt;( FOLD · CHECK · CALL · BET · RAISE · ALL-IN ) · HOST acts, signs «ACTION\0»&lt;/span&gt;" style="endArrow=block;endFill=1;html=1;rounded=0;strokeColor=#7E57A6;strokeWidth=2.4;fontSize=10;verticalAlign=bottom;labelBackgroundColor=#FFFFFF;spacingBottom=4;" edge="1" parent="1"><mxGeometry relative="1" as="geometry"><mxPoint x="300" y="5344" as="sourcePoint"/><mxPoint x="1260" y="5344" as="targetPoint"/></mxGeometry></mxCell>
        <mxCell id="s88" value="HOST strips its own k_community on the river slot locally (DLEQ)." style="shape=note;whiteSpace=wrap;html=1;fillColor=#FFF8D6;strokeColor=#D9C45A;strokeWidth=1.2;fontColor=#3a3320;fontSize=10;align=left;verticalAlign=middle;spacingLeft=8;spacingRight=6;size=12;" vertex="1" parent="1"><mxGeometry x="316" y="5434" width="380" height="37" as="geometry"/></mxCell>
        <mxCell id="s89" value="&lt;b&gt;REQ_SRA_UNLOCK_CHAIN&lt;/b&gt;&lt;br&gt;&lt;span style=&quot;font-size:9px;color:#333&quot;&gt;phase = COMMUNITY (river offset)&lt;/span&gt;" style="endArrow=block;endFill=1;html=1;rounded=0;strokeColor=#34343a;strokeWidth=1.8;fontSize=10;verticalAlign=bottom;labelBackgroundColor=#FFFFFF;spacingBottom=4;" edge="1" parent="1"><mxGeometry relative="1" as="geometry"><mxPoint x="300" y="5511" as="sourcePoint"/><mxPoint x="780" y="5511" as="targetPoint"/></mxGeometry></mxCell>
        <mxCell id="s90" value="&lt;b&gt;RESP_SRA_UNLOCK_CHAIN&lt;/b&gt;&lt;br&gt;&lt;span style=&quot;font-size:9px;color:#333&quot;&gt;chain + DLEQ + GATE-6&lt;/span&gt;" style="endArrow=block;endFill=1;html=1;rounded=0;dashed=1;dashPattern=8 5;strokeColor=#34343a;strokeWidth=1.8;fontSize=10;verticalAlign=bottom;labelBackgroundColor=#FFFFFF;spacingBottom=4;" edge="1" parent="1"><mxGeometry relative="1" as="geometry"><mxPoint x="780" y="5567" as="sourcePoint"/><mxPoint x="300" y="5567" as="targetPoint"/></mxGeometry></mxCell>
        <mxCell id="s91" value="&lt;b&gt;REQ_SRA_UNLOCK_CHAIN&lt;/b&gt;&lt;br&gt;&lt;span style=&quot;font-size:9px;color:#333&quot;&gt;phase = COMMUNITY (river offset)&lt;/span&gt;" style="endArrow=block;endFill=1;html=1;rounded=0;strokeColor=#34343a;strokeWidth=1.8;fontSize=10;verticalAlign=bottom;labelBackgroundColor=#FFFFFF;spacingBottom=4;" edge="1" parent="1"><mxGeometry relative="1" as="geometry"><mxPoint x="300" y="5623" as="sourcePoint"/><mxPoint x="1260" y="5623" as="targetPoint"/></mxGeometry></mxCell>
        <mxCell id="s92" value="&lt;b&gt;RESP_SRA_UNLOCK_CHAIN&lt;/b&gt;&lt;br&gt;&lt;span style=&quot;font-size:9px;color:#333&quot;&gt;chain + DLEQ + GATE-6&lt;/span&gt;" style="endArrow=block;endFill=1;html=1;rounded=0;dashed=1;dashPattern=8 5;strokeColor=#34343a;strokeWidth=1.8;fontSize=10;verticalAlign=bottom;labelBackgroundColor=#FFFFFF;spacingBottom=4;" edge="1" parent="1"><mxGeometry relative="1" as="geometry"><mxPoint x="1260" y="5679" as="sourcePoint"/><mxPoint x="300" y="5679" as="targetPoint"/></mxGeometry></mxCell>
        <mxCell id="s93" value="&lt;b&gt;RIVER_PIECE&lt;/b&gt;&lt;br&gt;&lt;span style=&quot;font-size:9px;color:#333&quot;&gt;C1 piece&lt;/span&gt;" style="endArrow=block;endFill=1;html=1;rounded=0;strokeColor=#34343a;strokeWidth=1.8;fontSize=10;verticalAlign=bottom;labelBackgroundColor=#FFFFFF;spacingBottom=4;" edge="1" parent="1"><mxGeometry relative="1" as="geometry"><mxPoint x="300" y="5735" as="sourcePoint"/><mxPoint x="780" y="5735" as="targetPoint"/></mxGeometry></mxCell>
        <mxCell id="s94" value="&lt;b&gt;RIVER_PIECE&lt;/b&gt;&lt;br&gt;&lt;span style=&quot;font-size:9px;color:#333&quot;&gt;C2 piece&lt;/span&gt;" style="endArrow=block;endFill=1;html=1;rounded=0;strokeColor=#34343a;strokeWidth=1.8;fontSize=10;verticalAlign=bottom;labelBackgroundColor=#FFFFFF;spacingBottom=4;" edge="1" parent="1"><mxGeometry relative="1" as="geometry"><mxPoint x="300" y="5791" as="sourcePoint"/><mxPoint x="1260" y="5791" as="targetPoint"/></mxGeometry></mxCell>
        <mxCell id="s95" value="&lt;b&gt;COMM_REVEAL&lt;/b&gt;  &lt;span style=&quot;font-size:9px;color:#7E57A6&quot;&gt;▶ to C1&lt;/span&gt;&lt;br&gt;&lt;span style=&quot;font-size:9px;color:#333&quot;&gt;signed ACTION_COMMUNITY record (1 card)&lt;/span&gt;" style="endArrow=block;endFill=1;html=1;rounded=0;strokeColor=#7E57A6;strokeWidth=2.4;fontSize=10;verticalAlign=bottom;labelBackgroundColor=#FFFFFF;spacingBottom=4;" edge="1" parent="1"><mxGeometry relative="1" as="geometry"><mxPoint x="300" y="5845" as="sourcePoint"/><mxPoint x="780" y="5845" as="targetPoint"/></mxGeometry></mxCell>
        <mxCell id="s96" value="&lt;b&gt;COMM_REVEAL&lt;/b&gt;  &lt;span style=&quot;font-size:9px;color:#7E57A6&quot;&gt;▶ to C2&lt;/span&gt;&lt;br&gt;&lt;span style=&quot;font-size:9px;color:#333&quot;&gt;signed ACTION_COMMUNITY record (1 card)&lt;/span&gt;" style="endArrow=block;endFill=1;html=1;rounded=0;strokeColor=#7E57A6;strokeWidth=2.4;fontSize=10;verticalAlign=bottom;labelBackgroundColor=#FFFFFF;spacingBottom=4;" edge="1" parent="1"><mxGeometry relative="1" as="geometry"><mxPoint x="300" y="5899" as="sourcePoint"/><mxPoint x="1260" y="5899" as="targetPoint"/></mxGeometry></mxCell>
        <mxCell id="s97" value="Cross-checked against each piece (anti board-fork) and absorbed into H_t." style="shape=note;whiteSpace=wrap;html=1;fillColor=#FFF8D6;strokeColor=#D9C45A;strokeWidth=1.2;fontColor=#3a3320;fontSize=10;align=left;verticalAlign=middle;spacingLeft=8;spacingRight=6;size=12;" vertex="1" parent="1"><mxGeometry x="530" y="5929" width="640" height="37" as="geometry"/></mxCell>
        <mxCell id="s98" value="&lt;b&gt;ACTION&lt;/b&gt;&lt;br&gt;&lt;span style=&quot;font-size:9px;color:#333&quot;&gt;( FOLD · CHECK · CALL · BET · RAISE · ALL-IN ) · C1 acts, signs «ACTION\0»&lt;/span&gt;" style="endArrow=block;endFill=1;html=1;rounded=0;strokeColor=#34343a;strokeWidth=1.8;fontSize=10;verticalAlign=bottom;labelBackgroundColor=#FFFFFF;spacingBottom=4;" edge="1" parent="1"><mxGeometry relative="1" as="geometry"><mxPoint x="780" y="6066" as="sourcePoint"/><mxPoint x="300" y="6066" as="targetPoint"/></mxGeometry></mxCell>
        <mxCell id="s99" value="&lt;b&gt;ACTION (relay)&lt;/b&gt;&lt;br&gt;&lt;span style=&quot;font-size:9px;color:#333&quot;&gt;host forwards C1 signed action to C2&lt;/span&gt;" style="endArrow=block;endFill=1;html=1;rounded=0;strokeColor=#34343a;strokeWidth=1.8;fontSize=10;verticalAlign=bottom;labelBackgroundColor=#FFFFFF;spacingBottom=4;" edge="1" parent="1"><mxGeometry relative="1" as="geometry"><mxPoint x="300" y="6122" as="sourcePoint"/><mxPoint x="1260" y="6122" as="targetPoint"/></mxGeometry></mxCell>
        <mxCell id="s100" value="&lt;b&gt;ACTION&lt;/b&gt;&lt;br&gt;&lt;span style=&quot;font-size:9px;color:#333&quot;&gt;( FOLD · CHECK · CALL · BET · RAISE · ALL-IN ) · C2 acts, signs «ACTION\0»&lt;/span&gt;" style="endArrow=block;endFill=1;html=1;rounded=0;strokeColor=#34343a;strokeWidth=1.8;fontSize=10;verticalAlign=bottom;labelBackgroundColor=#FFFFFF;spacingBottom=4;" edge="1" parent="1"><mxGeometry relative="1" as="geometry"><mxPoint x="1260" y="6178" as="sourcePoint"/><mxPoint x="300" y="6178" as="targetPoint"/></mxGeometry></mxCell>
        <mxCell id="s101" value="&lt;b&gt;ACTION (relay)&lt;/b&gt;&lt;br&gt;&lt;span style=&quot;font-size:9px;color:#333&quot;&gt;host forwards C2 signed action to C1&lt;/span&gt;" style="endArrow=block;endFill=1;html=1;rounded=0;strokeColor=#34343a;strokeWidth=1.8;fontSize=10;verticalAlign=bottom;labelBackgroundColor=#FFFFFF;spacingBottom=4;" edge="1" parent="1"><mxGeometry relative="1" as="geometry"><mxPoint x="300" y="6234" as="sourcePoint"/><mxPoint x="780" y="6234" as="targetPoint"/></mxGeometry></mxCell>
        <mxCell id="s102" value="&lt;b&gt;ACTION&lt;/b&gt;  &lt;span style=&quot;font-size:9px;color:#7E57A6&quot;&gt;▶ to C1&lt;/span&gt;&lt;br&gt;&lt;span style=&quot;font-size:9px;color:#333&quot;&gt;( FOLD · CHECK · CALL · BET · RAISE · ALL-IN ) · HOST acts, signs «ACTION\0»&lt;/span&gt;" style="endArrow=block;endFill=1;html=1;rounded=0;strokeColor=#7E57A6;strokeWidth=2.4;fontSize=10;verticalAlign=bottom;labelBackgroundColor=#FFFFFF;spacingBottom=4;" edge="1" parent="1"><mxGeometry relative="1" as="geometry"><mxPoint x="300" y="6288" as="sourcePoint"/><mxPoint x="780" y="6288" as="targetPoint"/></mxGeometry></mxCell>
        <mxCell id="s103" value="&lt;b&gt;ACTION&lt;/b&gt;  &lt;span style=&quot;font-size:9px;color:#7E57A6&quot;&gt;▶ to C2&lt;/span&gt;&lt;br&gt;&lt;span style=&quot;font-size:9px;color:#333&quot;&gt;( FOLD · CHECK · CALL · BET · RAISE · ALL-IN ) · HOST acts, signs «ACTION\0»&lt;/span&gt;" style="endArrow=block;endFill=1;html=1;rounded=0;strokeColor=#7E57A6;strokeWidth=2.4;fontSize=10;verticalAlign=bottom;labelBackgroundColor=#FFFFFF;spacingBottom=4;" edge="1" parent="1"><mxGeometry relative="1" as="geometry"><mxPoint x="300" y="6342" as="sourcePoint"/><mxPoint x="1260" y="6342" as="targetPoint"/></mxGeometry></mxCell>
        <mxCell id="s104" value="HOST contributes its own k_pocket directly (it is a player — no request to itself)." style="shape=note;whiteSpace=wrap;html=1;fillColor=#FFF8D6;strokeColor=#D9C45A;strokeWidth=1.2;fontColor=#3a3320;fontSize=10;align=left;verticalAlign=middle;spacingLeft=8;spacingRight=6;size=12;" vertex="1" parent="1"><mxGeometry x="316" y="6432" width="380" height="37" as="geometry"/></mxCell>
        <mxCell id="s105" value="&lt;b&gt;REQ_SHOWDOWN_KEY&lt;/b&gt;&lt;br&gt;&lt;span style=&quot;font-size:9px;color:#333&quot;&gt;to surviving human C1&lt;/span&gt;" style="endArrow=block;endFill=1;html=1;rounded=0;strokeColor=#34343a;strokeWidth=1.8;fontSize=10;verticalAlign=bottom;labelBackgroundColor=#FFFFFF;spacingBottom=4;" edge="1" parent="1"><mxGeometry relative="1" as="geometry"><mxPoint x="300" y="6509" as="sourcePoint"/><mxPoint x="780" y="6509" as="targetPoint"/></mxGeometry></mxCell>
        <mxCell id="s106" value="&lt;b&gt;RESP_SHOWDOWN_KEY&lt;/b&gt;&lt;br&gt;&lt;span style=&quot;font-size:9px;color:#333&quot;&gt;k_pocket(C1) + Ed25519 sig «SHOWDOWN\0» ‖ HAND_ID ‖ nick ‖ k_pocket&lt;/span&gt;" style="endArrow=block;endFill=1;html=1;rounded=0;dashed=1;dashPattern=8 5;strokeColor=#34343a;strokeWidth=1.8;fontSize=10;verticalAlign=bottom;labelBackgroundColor=#FFFFFF;spacingBottom=4;" edge="1" parent="1"><mxGeometry relative="1" as="geometry"><mxPoint x="780" y="6565" as="sourcePoint"/><mxPoint x="300" y="6565" as="targetPoint"/></mxGeometry></mxCell>
        <mxCell id="s107" value="&lt;b&gt;REQ_SHOWDOWN_KEY&lt;/b&gt;&lt;br&gt;&lt;span style=&quot;font-size:9px;color:#333&quot;&gt;to surviving human C2&lt;/span&gt;" style="endArrow=block;endFill=1;html=1;rounded=0;strokeColor=#34343a;strokeWidth=1.8;fontSize=10;verticalAlign=bottom;labelBackgroundColor=#FFFFFF;spacingBottom=4;" edge="1" parent="1"><mxGeometry relative="1" as="geometry"><mxPoint x="300" y="6621" as="sourcePoint"/><mxPoint x="1260" y="6621" as="targetPoint"/></mxGeometry></mxCell>
        <mxCell id="s108" value="&lt;b&gt;RESP_SHOWDOWN_KEY&lt;/b&gt;&lt;br&gt;&lt;span style=&quot;font-size:9px;color:#333&quot;&gt;k_pocket(C2) + Ed25519 sig «SHOWDOWN\0» ‖ HAND_ID ‖ nick ‖ k_pocket&lt;/span&gt;" style="endArrow=block;endFill=1;html=1;rounded=0;dashed=1;dashPattern=8 5;strokeColor=#34343a;strokeWidth=1.8;fontSize=10;verticalAlign=bottom;labelBackgroundColor=#FFFFFF;spacingBottom=4;" edge="1" parent="1"><mxGeometry relative="1" as="geometry"><mxPoint x="1260" y="6677" as="sourcePoint"/><mxPoint x="300" y="6677" as="targetPoint"/></mxGeometry></mxCell>
        <mxCell id="s109" value="verifies each sig + applies the key to the stored single-locked residual + resolves against genesis (forfeit on mismatch). Then it publishes every surviving hand at once." style="shape=note;whiteSpace=wrap;html=1;fillColor=#FFF8D6;strokeColor=#D9C45A;strokeWidth=1.2;fontColor=#3a3320;fontSize=10;align=left;verticalAlign=middle;spacingLeft=8;spacingRight=6;size=12;" vertex="1" parent="1"><mxGeometry x="316" y="6707" width="380" height="37" as="geometry"/></mxCell>
        <mxCell id="s110" value="&lt;b&gt;POTCARDS (HOST cards)&lt;/b&gt;  &lt;span style=&quot;font-size:9px;color:#7E57A6&quot;&gt;▶ to C1&lt;/span&gt;&lt;br&gt;&lt;span style=&quot;font-size:9px;color:#333&quot;&gt;plaintext cards + HOST sraKey (k_pocket) + Ed25519 sig&lt;/span&gt;" style="endArrow=block;endFill=1;html=1;rounded=0;strokeColor=#7E57A6;strokeWidth=2.4;fontSize=10;verticalAlign=bottom;labelBackgroundColor=#FFFFFF;spacingBottom=4;" edge="1" parent="1"><mxGeometry relative="1" as="geometry"><mxPoint x="300" y="6782" as="sourcePoint"/><mxPoint x="780" y="6782" as="targetPoint"/></mxGeometry></mxCell>
        <mxCell id="s111" value="&lt;b&gt;POTCARDS (HOST cards)&lt;/b&gt;  &lt;span style=&quot;font-size:9px;color:#7E57A6&quot;&gt;▶ to C2&lt;/span&gt;&lt;br&gt;&lt;span style=&quot;font-size:9px;color:#333&quot;&gt;plaintext cards + HOST sraKey (k_pocket) + Ed25519 sig&lt;/span&gt;" style="endArrow=block;endFill=1;html=1;rounded=0;strokeColor=#7E57A6;strokeWidth=2.4;fontSize=10;verticalAlign=bottom;labelBackgroundColor=#FFFFFF;spacingBottom=4;" edge="1" parent="1"><mxGeometry relative="1" as="geometry"><mxPoint x="300" y="6836" as="sourcePoint"/><mxPoint x="1260" y="6836" as="targetPoint"/></mxGeometry></mxCell>
        <mxCell id="s112" value="&lt;b&gt;POTCARDS (C1 cards)&lt;/b&gt;  &lt;span style=&quot;font-size:9px;color:#7E57A6&quot;&gt;▶ to C1&lt;/span&gt;&lt;br&gt;&lt;span style=&quot;font-size:9px;color:#333&quot;&gt;plaintext cards + C1 sraKey + Ed25519 sig&lt;/span&gt;" style="endArrow=block;endFill=1;html=1;rounded=0;strokeColor=#7E57A6;strokeWidth=2.4;fontSize=10;verticalAlign=bottom;labelBackgroundColor=#FFFFFF;spacingBottom=4;" edge="1" parent="1"><mxGeometry relative="1" as="geometry"><mxPoint x="300" y="6890" as="sourcePoint"/><mxPoint x="780" y="6890" as="targetPoint"/></mxGeometry></mxCell>
        <mxCell id="s113" value="&lt;b&gt;POTCARDS (C1 cards)&lt;/b&gt;  &lt;span style=&quot;font-size:9px;color:#7E57A6&quot;&gt;▶ to C2&lt;/span&gt;&lt;br&gt;&lt;span style=&quot;font-size:9px;color:#333&quot;&gt;plaintext cards + C1 sraKey + Ed25519 sig&lt;/span&gt;" style="endArrow=block;endFill=1;html=1;rounded=0;strokeColor=#7E57A6;strokeWidth=2.4;fontSize=10;verticalAlign=bottom;labelBackgroundColor=#FFFFFF;spacingBottom=4;" edge="1" parent="1"><mxGeometry relative="1" as="geometry"><mxPoint x="300" y="6944" as="sourcePoint"/><mxPoint x="1260" y="6944" as="targetPoint"/></mxGeometry></mxCell>
        <mxCell id="s114" value="&lt;b&gt;POTCARDS (C2 cards)&lt;/b&gt;  &lt;span style=&quot;font-size:9px;color:#7E57A6&quot;&gt;▶ to C1&lt;/span&gt;&lt;br&gt;&lt;span style=&quot;font-size:9px;color:#333&quot;&gt;plaintext cards + C2 sraKey + Ed25519 sig&lt;/span&gt;" style="endArrow=block;endFill=1;html=1;rounded=0;strokeColor=#7E57A6;strokeWidth=2.4;fontSize=10;verticalAlign=bottom;labelBackgroundColor=#FFFFFF;spacingBottom=4;" edge="1" parent="1"><mxGeometry relative="1" as="geometry"><mxPoint x="300" y="6998" as="sourcePoint"/><mxPoint x="780" y="6998" as="targetPoint"/></mxGeometry></mxCell>
        <mxCell id="s115" value="&lt;b&gt;POTCARDS (C2 cards)&lt;/b&gt;  &lt;span style=&quot;font-size:9px;color:#7E57A6&quot;&gt;▶ to C2&lt;/span&gt;&lt;br&gt;&lt;span style=&quot;font-size:9px;color:#333&quot;&gt;plaintext cards + C2 sraKey + Ed25519 sig&lt;/span&gt;" style="endArrow=block;endFill=1;html=1;rounded=0;strokeColor=#7E57A6;strokeWidth=2.4;fontSize=10;verticalAlign=bottom;labelBackgroundColor=#FFFFFF;spacingBottom=4;" edge="1" parent="1"><mxGeometry relative="1" as="geometry"><mxPoint x="300" y="7052" as="sourcePoint"/><mxPoint x="1260" y="7052" as="targetPoint"/></mxGeometry></mxCell>
        <mxCell id="s116" value="Delivered as ONE atomic POTCARDS message (no early peeking); the bundle each client gets carries every showing hand. To verify, each peer SRA-decrypts the stored single-locked residual of each revealed player with the sraKey that player just published and checks it matches the plaintext (proof nobody cheated)." style="shape=note;whiteSpace=wrap;html=1;fillColor=#FFF8D6;strokeColor=#D9C45A;strokeWidth=1.2;fontColor=#3a3320;fontSize=10;align=left;verticalAlign=middle;spacingLeft=8;spacingRight=6;size=12;" vertex="1" parent="1"><mxGeometry x="530" y="7082" width="640" height="37" as="geometry"/></mxCell>
        <mxCell id="s117" value="The hole cards also travel as PLAINTEXT, so SPECTATORS — who hold no SRA keys and cannot decrypt — can still watch the showdown." style="shape=note;whiteSpace=wrap;html=1;fillColor=#FFF8D6;strokeColor=#D9C45A;strokeWidth=1.2;fontColor=#3a3320;fontSize=10;align=left;verticalAlign=middle;spacingLeft=8;spacingRight=6;size=12;" vertex="1" parent="1"><mxGeometry x="530" y="7133" width="640" height="37" as="geometry"/></mxCell>
        <mxCell id="s118" value="&lt;b&gt;HANDVERIFY (trigger)&lt;/b&gt;  &lt;span style=&quot;font-size:9px;color:#7E57A6&quot;&gt;▶ to C1&lt;/span&gt;&lt;br&gt;&lt;span style=&quot;font-size:9px;color:#333&quot;&gt;pre-payout barrier · a late MISDEAL here aborts cleanly&lt;/span&gt;" style="endArrow=block;endFill=1;html=1;rounded=0;strokeColor=#7E57A6;strokeWidth=2.4;fontSize=10;verticalAlign=bottom;labelBackgroundColor=#FFFFFF;spacingBottom=4;" edge="1" parent="1"><mxGeometry relative="1" as="geometry"><mxPoint x="300" y="7268" as="sourcePoint"/><mxPoint x="780" y="7268" as="targetPoint"/></mxGeometry></mxCell>
        <mxCell id="s119" value="&lt;b&gt;HANDVERIFY (trigger)&lt;/b&gt;  &lt;span style=&quot;font-size:9px;color:#7E57A6&quot;&gt;▶ to C2&lt;/span&gt;&lt;br&gt;&lt;span style=&quot;font-size:9px;color:#333&quot;&gt;pre-payout barrier · a late MISDEAL here aborts cleanly&lt;/span&gt;" style="endArrow=block;endFill=1;html=1;rounded=0;strokeColor=#7E57A6;strokeWidth=2.4;fontSize=10;verticalAlign=bottom;labelBackgroundColor=#FFFFFF;spacingBottom=4;" edge="1" parent="1"><mxGeometry relative="1" as="geometry"><mxPoint x="300" y="7322" as="sourcePoint"/><mxPoint x="1260" y="7322" as="targetPoint"/></mxGeometry></mxCell>
        <mxCell id="s120" value="HOST, C1 and C2 each independently compute their SettlementRecord (pot/payout in cents + odd-chip remainder) and absorb it:
H_final = SHA-256( «SETTLE\0» ‖ H_t ‖ settlement table )." style="shape=note;whiteSpace=wrap;html=1;fillColor=#FFF8D6;strokeColor=#D9C45A;strokeWidth=1.2;fontColor=#3a3320;fontSize=10;align=left;verticalAlign=middle;spacingLeft=8;spacingRight=6;size=12;" vertex="1" parent="1"><mxGeometry x="530" y="7352" width="640" height="52" as="geometry"/></mxCell>
        <mxCell id="s121" value="&lt;b&gt;HANDVERIFY # receipt&lt;/b&gt;&lt;br&gt;&lt;span style=&quot;font-size:9px;color:#333&quot;&gt;C1 receipt 113 B: HAND_ID(16) ‖ H_final(32) ‖ flags(1) ‖ sig(64) Ed25519 «RECEIPT\0»&lt;/span&gt;" style="endArrow=block;endFill=1;html=1;rounded=0;strokeColor=#34343a;strokeWidth=1.8;fontSize=10;verticalAlign=bottom;labelBackgroundColor=#FFFFFF;spacingBottom=4;" edge="1" parent="1"><mxGeometry relative="1" as="geometry"><mxPoint x="780" y="7444" as="sourcePoint"/><mxPoint x="300" y="7444" as="targetPoint"/></mxGeometry></mxCell>
        <mxCell id="s122" value="&lt;b&gt;HANDVERIFY # receipt&lt;/b&gt;&lt;br&gt;&lt;span style=&quot;font-size:9px;color:#333&quot;&gt;C2 receipt 113 B (same layout)&lt;/span&gt;" style="endArrow=block;endFill=1;html=1;rounded=0;strokeColor=#34343a;strokeWidth=1.8;fontSize=10;verticalAlign=bottom;labelBackgroundColor=#FFFFFF;spacingBottom=4;" edge="1" parent="1"><mxGeometry relative="1" as="geometry"><mxPoint x="1260" y="7500" as="sourcePoint"/><mxPoint x="300" y="7500" as="targetPoint"/></mxGeometry></mxCell>
        <mxCell id="s123" value="HOST builds and signs its own receipt too, then relays each one so every peer ends up holding all three." style="shape=note;whiteSpace=wrap;html=1;fillColor=#FFF8D6;strokeColor=#D9C45A;strokeWidth=1.2;fontColor=#3a3320;fontSize=10;align=left;verticalAlign=middle;spacingLeft=8;spacingRight=6;size=12;" vertex="1" parent="1"><mxGeometry x="316" y="7530" width="380" height="37" as="geometry"/></mxCell>
        <mxCell id="s124" value="&lt;b&gt;HANDVERIFY # receipt (relay)&lt;/b&gt;&lt;br&gt;&lt;span style=&quot;font-size:9px;color:#333&quot;&gt;C1 receipt → C2&lt;/span&gt;" style="endArrow=block;endFill=1;html=1;rounded=0;strokeColor=#34343a;strokeWidth=1.8;fontSize=10;verticalAlign=bottom;labelBackgroundColor=#FFFFFF;spacingBottom=4;" edge="1" parent="1"><mxGeometry relative="1" as="geometry"><mxPoint x="300" y="7607" as="sourcePoint"/><mxPoint x="1260" y="7607" as="targetPoint"/></mxGeometry></mxCell>
        <mxCell id="s125" value="&lt;b&gt;HANDVERIFY # receipt (relay)&lt;/b&gt;&lt;br&gt;&lt;span style=&quot;font-size:9px;color:#333&quot;&gt;C2 receipt → C1&lt;/span&gt;" style="endArrow=block;endFill=1;html=1;rounded=0;strokeColor=#34343a;strokeWidth=1.8;fontSize=10;verticalAlign=bottom;labelBackgroundColor=#FFFFFF;spacingBottom=4;" edge="1" parent="1"><mxGeometry relative="1" as="geometry"><mxPoint x="300" y="7663" as="sourcePoint"/><mxPoint x="780" y="7663" as="targetPoint"/></mxGeometry></mxCell>
        <mxCell id="s126" value="&lt;b&gt;HANDVERIFY # receipt&lt;/b&gt;&lt;br&gt;&lt;span style=&quot;font-size:9px;color:#333&quot;&gt;HOST receipt → C1&lt;/span&gt;" style="endArrow=block;endFill=1;html=1;rounded=0;strokeColor=#34343a;strokeWidth=1.8;fontSize=10;verticalAlign=bottom;labelBackgroundColor=#FFFFFF;spacingBottom=4;" edge="1" parent="1"><mxGeometry relative="1" as="geometry"><mxPoint x="300" y="7719" as="sourcePoint"/><mxPoint x="780" y="7719" as="targetPoint"/></mxGeometry></mxCell>
        <mxCell id="s127" value="&lt;b&gt;HANDVERIFY # receipt&lt;/b&gt;&lt;br&gt;&lt;span style=&quot;font-size:9px;color:#333&quot;&gt;HOST receipt → C2&lt;/span&gt;" style="endArrow=block;endFill=1;html=1;rounded=0;strokeColor=#34343a;strokeWidth=1.8;fontSize=10;verticalAlign=bottom;labelBackgroundColor=#FFFFFF;spacingBottom=4;" edge="1" parent="1"><mxGeometry relative="1" as="geometry"><mxPoint x="300" y="7775" as="sourcePoint"/><mxPoint x="1260" y="7775" as="targetPoint"/></mxGeometry></mxCell>
        <mxCell id="s128" value="Each peer now holds all three receipts and runs the consensus verdict (priority):  DIVERGENT &gt; MISSING &gt; INVALID_SIG_SEEN &gt; DECK_NO_PROOF &gt; DECK_UNVERIFIED &gt; clean." style="shape=note;whiteSpace=wrap;html=1;fillColor=#FFF8D6;strokeColor=#D9C45A;strokeWidth=1.2;fontColor=#3a3320;fontSize=10;align=left;verticalAlign=middle;spacingLeft=8;spacingRight=6;size=12;" vertex="1" parent="1"><mxGeometry x="530" y="7805" width="640" height="37" as="geometry"/></mxCell>
        <mxCell id="s129" value="• Single-use rotation: rotation_served_this_cascade (2nd rotation refused + warn).   • Per-command anti-replay/tamper: encrypt-then-MAC with a per-command IV (bad HMAC ⇒ drop)." style="shape=note;whiteSpace=wrap;html=1;fillColor=#FFF8D6;strokeColor=#D9C45A;strokeWidth=1.2;fontColor=#3a3320;fontSize=10;align=left;verticalAlign=middle;spacingLeft=8;spacingRight=6;size=12;" vertex="1" parent="1"><mxGeometry x="530" y="7916" width="640" height="37" as="geometry"/></mxCell>
        <mxCell id="s130" value="• SECURITY_LOCKDOWN (hard): refuses every later crypto request (self-strip / GATE-6 / unanchored chain).   • warnSuspiciousHost (soft): missing/failed proof, replay, out-of-order unlock.   • MISDEAL # reason ⇒ host refunds (cancelarManoYDevolverApuestas)." style="shape=note;whiteSpace=wrap;html=1;fillColor=#FFF8D6;strokeColor=#D9C45A;strokeWidth=1.2;fontColor=#3a3320;fontSize=10;align=left;verticalAlign=middle;spacingLeft=8;spacingRight=6;size=12;" vertex="1" parent="1"><mxGeometry x="530" y="7967" width="640" height="37" as="geometry"/></mxCell>
      </root>
    </mxGraphModel>
  </diagram>
</mxfile>